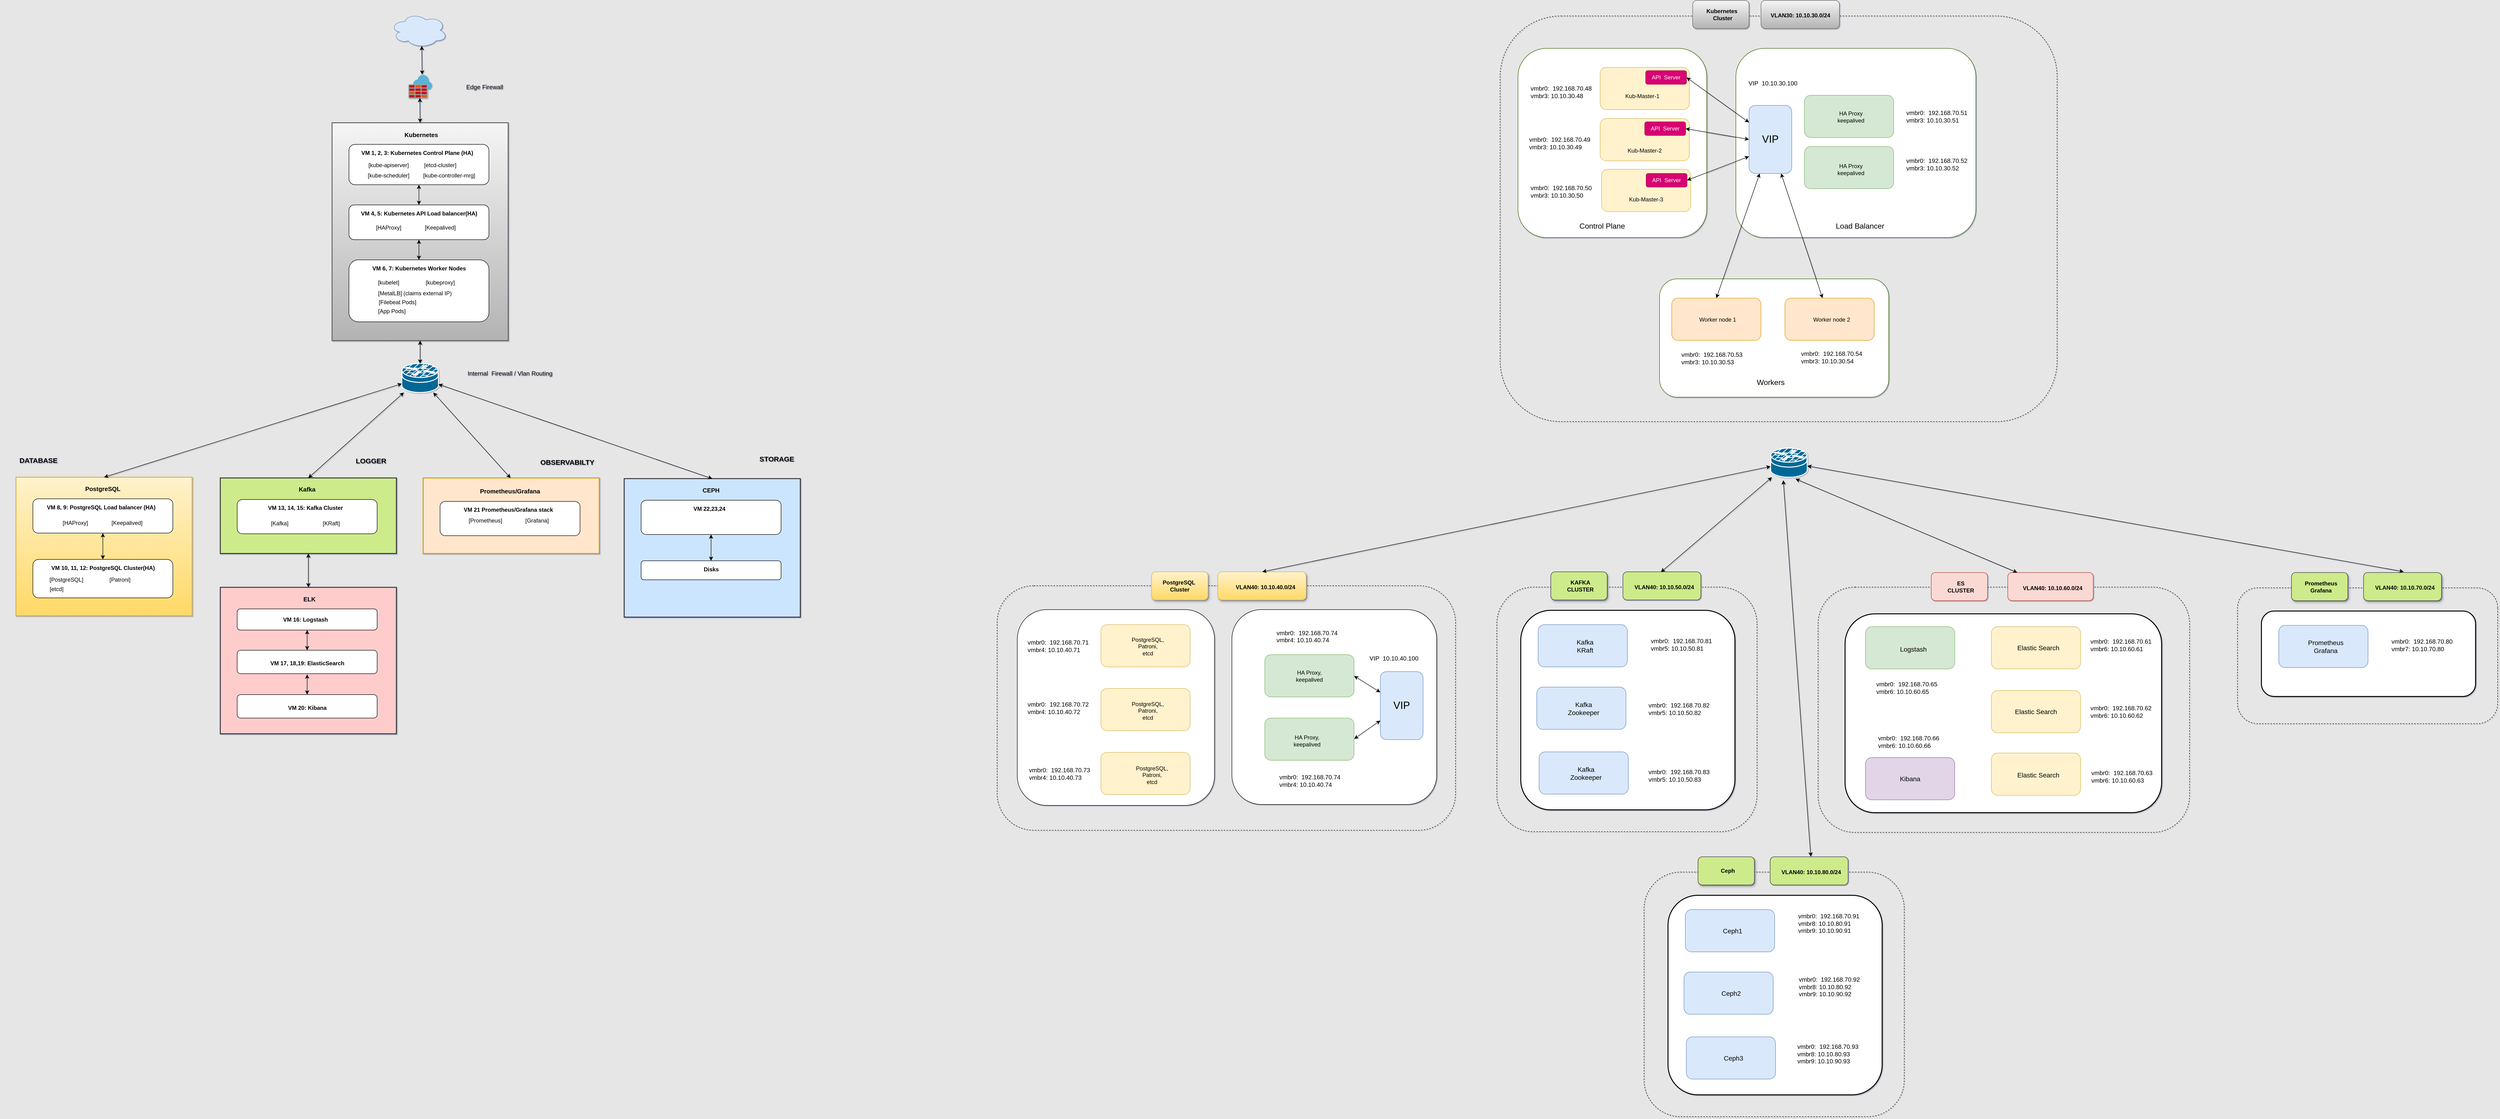
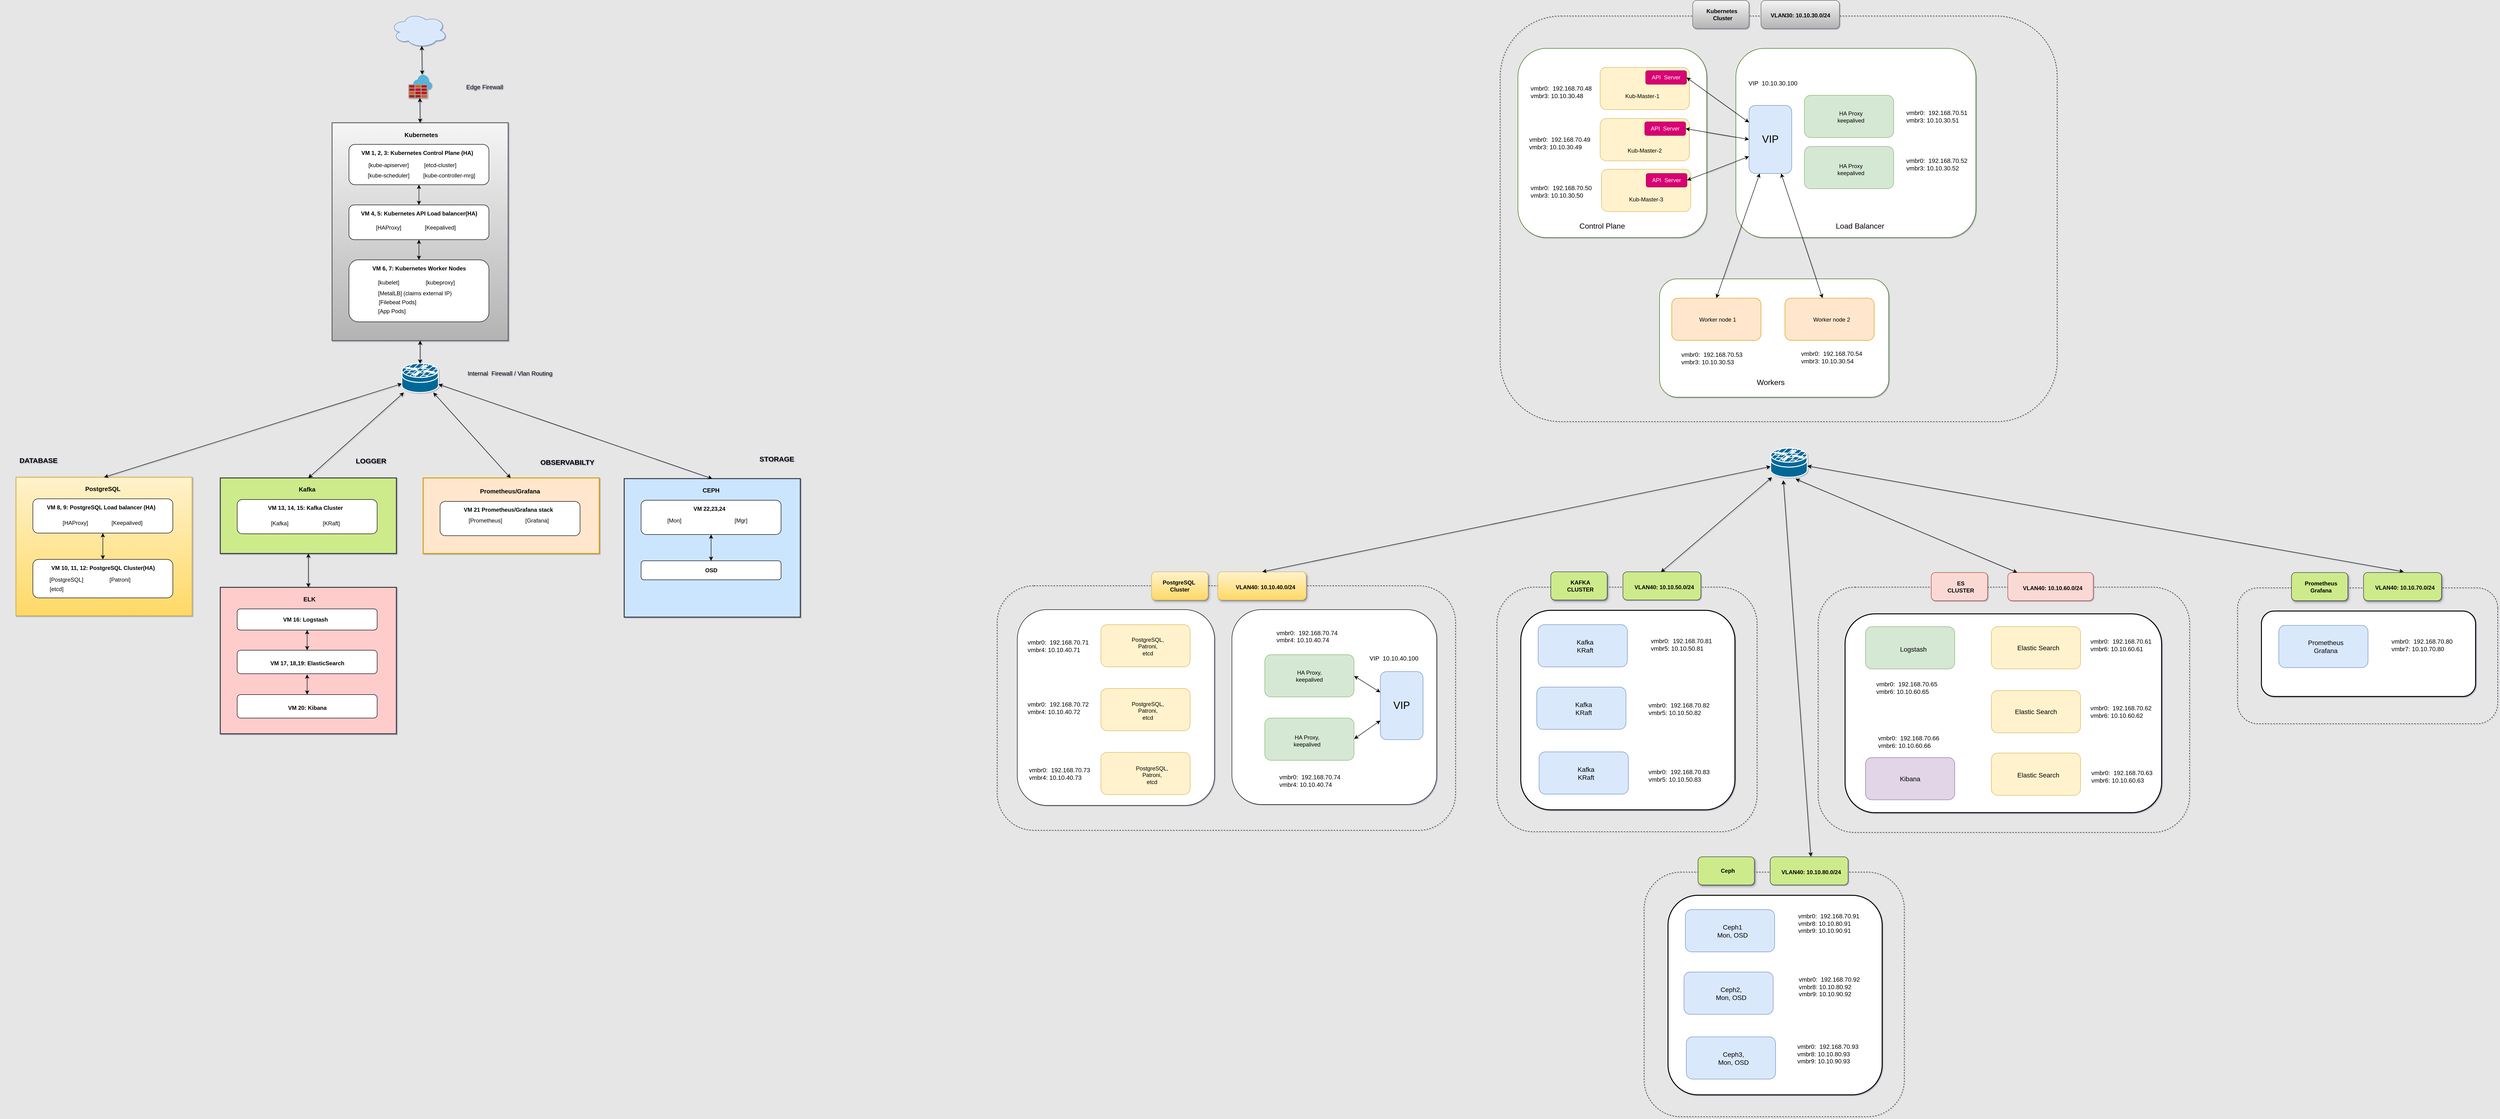
<mxfile host="app.diagrams.net">
  <diagram name="Page-1" id="A5w-lTScNQMh_YW98whM">
-     <mxGraphModel dx="5656" dy="3500" grid="0" gridSize="10" guides="1" tooltips="1" connect="0" arrows="1" fold="1" page="0" pageScale="1" pageWidth="2339" pageHeight="3300" background="#E6E6E6" math="0" shadow="1">
+     <mxGraphModel dx="2020" dy="1507" grid="0" gridSize="10" guides="1" tooltips="1" connect="0" arrows="1" fold="1" page="0" pageScale="1" pageWidth="2339" pageHeight="3300" background="#E6E6E6" math="0" shadow="1">
      <root>
        <mxCell id="0" />
        <mxCell id="1" parent="0" />
        <mxCell id="sZ-5xv9_SRq4fJ0hxT3P-18" parent="1" style="rounded=1;whiteSpace=wrap;html=1;fillColor=none;dashed=1;" value="" vertex="1">
          <mxGeometry height="522.5" width="791" x="4220" y="1193.5" as="geometry" />
        </mxCell>
        <mxCell id="sZ-5xv9_SRq4fJ0hxT3P-17" parent="1" style="rounded=1;whiteSpace=wrap;html=1;fillColor=none;dashed=1;direction=south;" value="" vertex="1">
          <mxGeometry height="521" width="554" x="3536" y="1193.5" as="geometry" />
        </mxCell>
        <mxCell id="sZ-5xv9_SRq4fJ0hxT3P-14" parent="1" style="rounded=1;whiteSpace=wrap;html=1;dashed=1;fillColor=none;" value="" vertex="1">
          <mxGeometry height="521" width="976" x="2472" y="1190.5" as="geometry" />
        </mxCell>
        <mxCell id="70EQDND4JwSF7BMMIh-t-479" parent="1" style="rounded=1;whiteSpace=wrap;html=1;fillColor=#cdeb8b;strokeColor=#36393d;shadow=1;" value="" vertex="1">
          <mxGeometry height="60" width="120" x="3651" y="1161" as="geometry" />
        </mxCell>
        <mxCell id="70EQDND4JwSF7BMMIh-t-458" parent="1" style="rounded=1;whiteSpace=wrap;html=1;" value="" vertex="1">
          <mxGeometry height="415" width="436" x="2972" y="1241.5" as="geometry" />
        </mxCell>
        <mxCell id="70EQDND4JwSF7BMMIh-t-457" parent="1" style="rounded=1;whiteSpace=wrap;html=1;" value="" vertex="1">
          <mxGeometry height="417" width="420" x="2515" y="1241.5" as="geometry" />
        </mxCell>
        <mxCell id="70EQDND4JwSF7BMMIh-t-31" parent="1" style="rounded=0;whiteSpace=wrap;html=1;strokeWidth=2;fillColor=#f5f5f5;strokeColor=#666666;gradientColor=#b3b3b3;" value="" vertex="1">
          <mxGeometry height="464" width="375" x="1056" y="204.5" as="geometry" />
        </mxCell>
        <mxCell id="70EQDND4JwSF7BMMIh-t-10" parent="1" style="rounded=1;whiteSpace=wrap;html=1;" value="" vertex="1">
          <mxGeometry height="86" width="298" x="1092" y="250.5" as="geometry" />
        </mxCell>
        <mxCell id="70EQDND4JwSF7BMMIh-t-3" parent="1" style="text;html=1;whiteSpace=wrap;strokeColor=none;fillColor=none;align=center;verticalAlign=middle;rounded=0;" value="&lt;b&gt;VM 1, 2, 3: Kubernetes Control Plane (HA)&lt;/b&gt;" vertex="1">
          <mxGeometry height="30" width="254.5" x="1110" y="253.5" as="geometry" />
        </mxCell>
        <mxCell id="70EQDND4JwSF7BMMIh-t-6" parent="1" style="text;html=1;whiteSpace=wrap;strokeColor=none;fillColor=none;align=center;verticalAlign=middle;rounded=0;" value="[kube-apiserver]" vertex="1">
          <mxGeometry height="30" width="119" x="1117" y="279.5" as="geometry" />
        </mxCell>
        <mxCell id="70EQDND4JwSF7BMMIh-t-7" parent="1" style="text;html=1;whiteSpace=wrap;strokeColor=none;fillColor=none;align=center;verticalAlign=middle;rounded=0;" value="[etcd-cluster]" vertex="1">
          <mxGeometry height="30" width="119" x="1227" y="279.5" as="geometry" />
        </mxCell>
        <mxCell id="70EQDND4JwSF7BMMIh-t-8" parent="1" style="text;html=1;whiteSpace=wrap;strokeColor=none;fillColor=none;align=center;verticalAlign=middle;rounded=0;" value="[kube-scheduler]" vertex="1">
          <mxGeometry height="30" width="119" x="1117" y="301.5" as="geometry" />
        </mxCell>
        <mxCell id="70EQDND4JwSF7BMMIh-t-9" parent="1" style="text;html=1;whiteSpace=wrap;strokeColor=none;fillColor=none;align=center;verticalAlign=middle;rounded=0;" value="[kube-controller-mrg]" vertex="1">
          <mxGeometry height="30" width="119" x="1245.5" y="301.5" as="geometry" />
        </mxCell>
        <mxCell id="70EQDND4JwSF7BMMIh-t-12" parent="1" style="rounded=1;whiteSpace=wrap;html=1;" value="" vertex="1">
          <mxGeometry height="74" width="298" x="1092" y="379.5" as="geometry" />
        </mxCell>
        <mxCell id="70EQDND4JwSF7BMMIh-t-13" parent="1" style="text;html=1;whiteSpace=wrap;strokeColor=none;fillColor=none;align=center;verticalAlign=middle;rounded=0;" value="&lt;b&gt;VM 4, 5: Kubernetes API Load balancer(HA)&lt;/b&gt;" vertex="1">
          <mxGeometry height="30" width="254.5" x="1113.75" y="382.5" as="geometry" />
        </mxCell>
        <mxCell id="70EQDND4JwSF7BMMIh-t-14" parent="1" style="text;html=1;whiteSpace=wrap;strokeColor=none;fillColor=none;align=center;verticalAlign=middle;rounded=0;" value="[HAProxy]" vertex="1">
          <mxGeometry height="30" width="119" x="1117" y="412.5" as="geometry" />
        </mxCell>
        <mxCell id="70EQDND4JwSF7BMMIh-t-15" parent="1" style="text;html=1;whiteSpace=wrap;strokeColor=none;fillColor=none;align=center;verticalAlign=middle;rounded=0;" value="[Keepalived]" vertex="1">
          <mxGeometry height="30" width="119" x="1227" y="412.5" as="geometry" />
        </mxCell>
        <mxCell id="70EQDND4JwSF7BMMIh-t-19" edge="1" parent="1" source="70EQDND4JwSF7BMMIh-t-12" style="endArrow=classic;startArrow=classic;html=1;rounded=0;entryX=0.5;entryY=1;entryDx=0;entryDy=0;exitX=0.5;exitY=0;exitDx=0;exitDy=0;" target="70EQDND4JwSF7BMMIh-t-10" value="">
          <mxGeometry height="50" relative="1" width="50" as="geometry">
            <mxPoint x="1497" y="435.5" as="sourcePoint" />
            <mxPoint x="1243" y="350.5" as="targetPoint" />
          </mxGeometry>
        </mxCell>
        <mxCell id="70EQDND4JwSF7BMMIh-t-20" parent="1" style="rounded=1;whiteSpace=wrap;html=1;" value="" vertex="1">
          <mxGeometry height="132" width="298" x="1092" y="496.5" as="geometry" />
        </mxCell>
        <mxCell id="70EQDND4JwSF7BMMIh-t-21" parent="1" style="text;html=1;whiteSpace=wrap;strokeColor=none;fillColor=none;align=center;verticalAlign=middle;rounded=0;" value="&lt;b&gt;VM 6, 7: Kubernetes Worker Nodes&lt;/b&gt;" vertex="1">
          <mxGeometry height="30" width="254.5" x="1113.75" y="499.5" as="geometry" />
        </mxCell>
        <mxCell id="70EQDND4JwSF7BMMIh-t-22" parent="1" style="text;html=1;whiteSpace=wrap;strokeColor=none;fillColor=none;align=center;verticalAlign=middle;rounded=0;" value="[kubelet]" vertex="1">
          <mxGeometry height="30" width="119" x="1117" y="529.5" as="geometry" />
        </mxCell>
        <mxCell id="70EQDND4JwSF7BMMIh-t-23" parent="1" style="text;html=1;whiteSpace=wrap;strokeColor=none;fillColor=none;align=center;verticalAlign=middle;rounded=0;" value="[kubeproxy]" vertex="1">
          <mxGeometry height="30" width="119" x="1227" y="529.5" as="geometry" />
        </mxCell>
        <mxCell id="70EQDND4JwSF7BMMIh-t-24" edge="1" parent="1" source="70EQDND4JwSF7BMMIh-t-20" style="endArrow=classic;startArrow=classic;html=1;rounded=0;entryX=0.5;entryY=1;entryDx=0;entryDy=0;exitX=0.5;exitY=0;exitDx=0;exitDy=0;" value="">
          <mxGeometry height="50" relative="1" width="50" as="geometry">
            <mxPoint x="1497" y="552.5" as="sourcePoint" />
            <mxPoint x="1241" y="453.5" as="targetPoint" />
          </mxGeometry>
        </mxCell>
        <mxCell id="70EQDND4JwSF7BMMIh-t-25" parent="1" style="text;html=1;whiteSpace=wrap;strokeColor=none;fillColor=none;align=center;verticalAlign=middle;rounded=0;" value="[MetalLB] (claims external IP)" vertex="1">
          <mxGeometry height="30" width="231" x="1117" y="552.5" as="geometry" />
        </mxCell>
        <mxCell id="70EQDND4JwSF7BMMIh-t-26" parent="1" style="text;html=1;whiteSpace=wrap;strokeColor=none;fillColor=none;align=center;verticalAlign=middle;rounded=0;" value="[Filebeat Pods]" vertex="1">
          <mxGeometry height="30" width="119" x="1136" y="571.5" as="geometry" />
        </mxCell>
        <mxCell id="70EQDND4JwSF7BMMIh-t-27" parent="1" style="text;html=1;whiteSpace=wrap;strokeColor=none;fillColor=none;align=center;verticalAlign=middle;rounded=0;" value="[App Pods]" vertex="1">
          <mxGeometry height="30" width="119" x="1124" y="590.5" as="geometry" />
        </mxCell>
        <mxCell id="70EQDND4JwSF7BMMIh-t-32" parent="1" style="image;sketch=0;aspect=fixed;html=1;points=[];align=center;fontSize=12;image=img/lib/mscae/Azure_Firewall.svg;" value="" vertex="1">
          <mxGeometry height="50" width="50" x="1218.5" y="102.5" as="geometry" />
        </mxCell>
        <mxCell id="70EQDND4JwSF7BMMIh-t-33" parent="1" style="text;html=1;whiteSpace=wrap;strokeColor=none;fillColor=none;align=center;verticalAlign=middle;rounded=0;" value="&lt;font style=&quot;font-size: 13px;&quot;&gt;Edge Firewall&lt;/font&gt;" vertex="1">
          <mxGeometry height="30" width="122" x="1320" y="112.5" as="geometry" />
        </mxCell>
        <mxCell id="70EQDND4JwSF7BMMIh-t-35" edge="1" parent="1" source="70EQDND4JwSF7BMMIh-t-32" style="endArrow=classic;startArrow=classic;html=1;rounded=0;entryX=0.5;entryY=0;entryDx=0;entryDy=0;exitX=0.49;exitY=0.98;exitDx=0;exitDy=0;exitPerimeter=0;" target="70EQDND4JwSF7BMMIh-t-31" value="">
          <mxGeometry height="50" relative="1" width="50" as="geometry">
            <mxPoint x="1461" y="356.5" as="sourcePoint" />
            <mxPoint x="1527" y="231.5" as="targetPoint" />
          </mxGeometry>
        </mxCell>
        <mxCell id="70EQDND4JwSF7BMMIh-t-37" parent="1" style="ellipse;shape=cloud;whiteSpace=wrap;html=1;fillColor=#dae8fc;strokeColor=#6c8ebf;" value="" vertex="1">
          <mxGeometry height="74" width="121" x="1180.5" y="-29.5" as="geometry" />
        </mxCell>
        <mxCell id="70EQDND4JwSF7BMMIh-t-38" edge="1" parent="1" source="70EQDND4JwSF7BMMIh-t-32" style="endArrow=classic;startArrow=classic;html=1;rounded=0;entryX=0.55;entryY=0.95;entryDx=0;entryDy=0;entryPerimeter=0;exitX=0.587;exitY=-0.013;exitDx=0;exitDy=0;exitPerimeter=0;" target="70EQDND4JwSF7BMMIh-t-37" value="">
          <mxGeometry height="50" relative="1" width="50" as="geometry">
            <mxPoint x="1355" y="189.5" as="sourcePoint" />
            <mxPoint x="1405" y="139.5" as="targetPoint" />
          </mxGeometry>
        </mxCell>
        <mxCell id="70EQDND4JwSF7BMMIh-t-39" parent="1" style="strokeColor=#ffffff;sketch=0;html=1;pointerEvents=1;dashed=0;fillColor=#036897;strokeWidth=2;verticalLabelPosition=bottom;verticalAlign=top;align=center;outlineConnect=0;shape=mxgraph.cisco.security.router_firewall;" value="" vertex="1">
          <mxGeometry height="62" width="78" x="1204.5" y="717" as="geometry" />
        </mxCell>
        <mxCell id="70EQDND4JwSF7BMMIh-t-40" parent="1" style="text;html=1;whiteSpace=wrap;strokeColor=none;fillColor=none;align=center;verticalAlign=middle;rounded=0;" value="&lt;font style=&quot;font-size: 13px;&quot;&gt;Internal&amp;nbsp; Firewall / Vlan Routing&lt;/font&gt;" vertex="1">
          <mxGeometry height="30" width="206" x="1332" y="723" as="geometry" />
        </mxCell>
        <mxCell id="70EQDND4JwSF7BMMIh-t-42" edge="1" parent="1" style="endArrow=classic;startArrow=classic;html=1;rounded=0;exitX=0.5;exitY=0;exitDx=0;exitDy=0;exitPerimeter=0;entryX=0.5;entryY=1;entryDx=0;entryDy=0;" target="70EQDND4JwSF7BMMIh-t-31" value="">
          <mxGeometry height="50" relative="1" width="50" as="geometry">
            <mxPoint x="1243.5" y="717.5" as="sourcePoint" />
            <mxPoint x="1270" y="534.5" as="targetPoint" />
          </mxGeometry>
        </mxCell>
        <mxCell id="70EQDND4JwSF7BMMIh-t-43" parent="1" style="rounded=0;whiteSpace=wrap;html=1;strokeWidth=2;fillColor=#fff2cc;strokeColor=#d6b656;gradientColor=#ffd966;" value="" vertex="1">
          <mxGeometry height="295" width="375" x="383" y="959.5" as="geometry" />
        </mxCell>
        <mxCell id="70EQDND4JwSF7BMMIh-t-44" parent="1" style="rounded=1;whiteSpace=wrap;html=1;" value="" vertex="1">
          <mxGeometry height="73" width="298" x="419" y="1005.5" as="geometry" />
        </mxCell>
        <mxCell id="70EQDND4JwSF7BMMIh-t-45" parent="1" style="text;html=1;whiteSpace=wrap;strokeColor=none;fillColor=none;align=center;verticalAlign=middle;rounded=0;" value="&lt;b&gt;VM 8, 9: PostgreSQL Load balancer (HA)&lt;/b&gt;" vertex="1">
          <mxGeometry height="30" width="254.5" x="437" y="1008.5" as="geometry" />
        </mxCell>
        <mxCell id="70EQDND4JwSF7BMMIh-t-50" parent="1" style="rounded=1;whiteSpace=wrap;html=1;" value="" vertex="1">
          <mxGeometry height="82" width="298" x="419" y="1134.5" as="geometry" />
        </mxCell>
        <mxCell id="70EQDND4JwSF7BMMIh-t-51" parent="1" style="text;html=1;whiteSpace=wrap;strokeColor=none;fillColor=none;align=center;verticalAlign=middle;rounded=0;" value="&lt;b&gt;VM 10, 11, 12: PostgreSQL Cluster(HA)&lt;/b&gt;" vertex="1">
          <mxGeometry height="30" width="254.5" x="440.75" y="1137.5" as="geometry" />
        </mxCell>
        <mxCell id="70EQDND4JwSF7BMMIh-t-52" parent="1" style="text;html=1;whiteSpace=wrap;strokeColor=none;fillColor=none;align=center;verticalAlign=middle;rounded=0;" value="[HAProxy]" vertex="1">
          <mxGeometry height="30" width="119" x="449.75" y="1041.5" as="geometry" />
        </mxCell>
        <mxCell id="70EQDND4JwSF7BMMIh-t-53" parent="1" style="text;html=1;whiteSpace=wrap;strokeColor=none;fillColor=none;align=center;verticalAlign=middle;rounded=0;" value="[Keepalived]" vertex="1">
          <mxGeometry height="30" width="119" x="559.75" y="1041.5" as="geometry" />
        </mxCell>
        <mxCell id="70EQDND4JwSF7BMMIh-t-54" edge="1" parent="1" source="70EQDND4JwSF7BMMIh-t-50" style="endArrow=classic;startArrow=classic;html=1;rounded=0;entryX=0.5;entryY=1;entryDx=0;entryDy=0;exitX=0.5;exitY=0;exitDx=0;exitDy=0;" target="70EQDND4JwSF7BMMIh-t-44" value="">
          <mxGeometry height="50" relative="1" width="50" as="geometry">
            <mxPoint x="824" y="1190.5" as="sourcePoint" />
            <mxPoint x="570" y="1105.5" as="targetPoint" />
          </mxGeometry>
        </mxCell>
        <mxCell id="70EQDND4JwSF7BMMIh-t-63" parent="1" style="text;html=1;whiteSpace=wrap;strokeColor=none;fillColor=none;align=center;verticalAlign=middle;rounded=0;" value="&lt;font style=&quot;font-size: 13px;&quot;&gt;&lt;b&gt;Kubernetes&lt;/b&gt;&lt;/font&gt;" vertex="1">
          <mxGeometry height="30" width="60" x="1216" y="214.5" as="geometry" />
        </mxCell>
        <mxCell id="70EQDND4JwSF7BMMIh-t-64" parent="1" style="text;html=1;whiteSpace=wrap;strokeColor=none;fillColor=none;align=center;verticalAlign=middle;rounded=0;" value="&lt;font style=&quot;font-size: 13px;&quot;&gt;&lt;b&gt;PostgreSQL&lt;/b&gt;&lt;/font&gt;" vertex="1">
          <mxGeometry height="30" width="60" x="538" y="968.5" as="geometry" />
        </mxCell>
        <mxCell id="70EQDND4JwSF7BMMIh-t-65" parent="1" style="text;html=1;whiteSpace=wrap;strokeColor=none;fillColor=none;align=center;verticalAlign=middle;rounded=0;" value="[PostgreSQL]" vertex="1">
          <mxGeometry height="30" width="119" x="431" y="1162.5" as="geometry" />
        </mxCell>
        <mxCell id="70EQDND4JwSF7BMMIh-t-66" parent="1" style="text;html=1;whiteSpace=wrap;strokeColor=none;fillColor=none;align=center;verticalAlign=middle;rounded=0;" value="[Patroni]" vertex="1">
          <mxGeometry height="30" width="119" x="545" y="1162.5" as="geometry" />
        </mxCell>
        <mxCell id="70EQDND4JwSF7BMMIh-t-67" parent="1" style="text;html=1;whiteSpace=wrap;strokeColor=none;fillColor=none;align=center;verticalAlign=middle;rounded=0;" value="[etcd]" vertex="1">
          <mxGeometry height="30" width="119" x="410" y="1182.5" as="geometry" />
        </mxCell>
        <mxCell id="70EQDND4JwSF7BMMIh-t-69" parent="1" style="rounded=0;whiteSpace=wrap;html=1;strokeWidth=2;fillColor=#ffcccc;strokeColor=#36393d;" value="" vertex="1">
          <mxGeometry height="312" width="375" x="818" y="1194" as="geometry" />
        </mxCell>
        <mxCell id="70EQDND4JwSF7BMMIh-t-70" parent="1" style="rounded=1;whiteSpace=wrap;html=1;" value="" vertex="1">
          <mxGeometry height="45" width="298" x="854" y="1240" as="geometry" />
        </mxCell>
        <mxCell id="70EQDND4JwSF7BMMIh-t-71" parent="1" style="text;html=1;whiteSpace=wrap;strokeColor=none;fillColor=none;align=center;verticalAlign=middle;rounded=0;" value="&lt;b&gt;VM 16: Logstash&lt;/b&gt;" vertex="1">
          <mxGeometry height="30" width="254.5" x="872" y="1247.5" as="geometry" />
        </mxCell>
        <mxCell id="70EQDND4JwSF7BMMIh-t-76" parent="1" style="rounded=1;whiteSpace=wrap;html=1;" value="" vertex="1">
          <mxGeometry height="50" width="298" x="854" y="1328" as="geometry" />
        </mxCell>
        <mxCell id="70EQDND4JwSF7BMMIh-t-77" parent="1" style="text;html=1;whiteSpace=wrap;strokeColor=none;fillColor=none;align=center;verticalAlign=middle;rounded=0;" value="&lt;b&gt;VM 17, 18,19: ElasticSearch&lt;/b&gt;" vertex="1">
          <mxGeometry height="30" width="254.5" x="875.75" y="1341" as="geometry" />
        </mxCell>
        <mxCell id="70EQDND4JwSF7BMMIh-t-80" edge="1" parent="1" source="70EQDND4JwSF7BMMIh-t-76" style="endArrow=classic;startArrow=classic;html=1;rounded=0;entryX=0.5;entryY=1;entryDx=0;entryDy=0;exitX=0.5;exitY=0;exitDx=0;exitDy=0;" target="70EQDND4JwSF7BMMIh-t-70" value="">
          <mxGeometry height="50" relative="1" width="50" as="geometry">
            <mxPoint x="1259" y="1425" as="sourcePoint" />
            <mxPoint x="1005" y="1340" as="targetPoint" />
          </mxGeometry>
        </mxCell>
        <mxCell id="70EQDND4JwSF7BMMIh-t-91" parent="1" style="text;html=1;whiteSpace=wrap;strokeColor=none;fillColor=none;align=center;verticalAlign=middle;rounded=0;" value="&lt;font style=&quot;font-size: 13px;&quot;&gt;&lt;b&gt;ELK&lt;/b&gt;&lt;/font&gt;" vertex="1">
          <mxGeometry height="30" width="60" x="978" y="1204" as="geometry" />
        </mxCell>
        <mxCell id="70EQDND4JwSF7BMMIh-t-92" edge="1" parent="1" source="70EQDND4JwSF7BMMIh-t-43" style="endArrow=classic;startArrow=classic;html=1;rounded=0;exitX=0.5;exitY=0;exitDx=0;exitDy=0;" target="70EQDND4JwSF7BMMIh-t-39" value="">
          <mxGeometry height="50" relative="1" width="50" as="geometry">
            <mxPoint x="1188" y="1074" as="sourcePoint" />
            <mxPoint x="1238" y="1024" as="targetPoint" />
          </mxGeometry>
        </mxCell>
        <mxCell id="70EQDND4JwSF7BMMIh-t-93" parent="1" style="rounded=0;whiteSpace=wrap;html=1;strokeWidth=2;fillColor=#cdeb8b;strokeColor=#36393d;" value="" vertex="1">
          <mxGeometry height="161" width="375" x="818" y="961" as="geometry" />
        </mxCell>
        <mxCell id="70EQDND4JwSF7BMMIh-t-94" parent="1" style="rounded=1;whiteSpace=wrap;html=1;" value="" vertex="1">
          <mxGeometry height="73" width="298" x="854" y="1007" as="geometry" />
        </mxCell>
        <mxCell id="70EQDND4JwSF7BMMIh-t-95" parent="1" style="text;html=1;whiteSpace=wrap;strokeColor=none;fillColor=none;align=center;verticalAlign=middle;rounded=0;" value="&lt;b&gt;VM 13, 14, 15: Kafka Cluster&lt;/b&gt;" vertex="1">
          <mxGeometry height="30" width="254.5" x="872" y="1010" as="geometry" />
        </mxCell>
        <mxCell id="70EQDND4JwSF7BMMIh-t-98" parent="1" style="text;html=1;whiteSpace=wrap;strokeColor=none;fillColor=none;align=center;verticalAlign=middle;rounded=0;" value="[Kafka]" vertex="1">
          <mxGeometry height="30" width="119" x="884.75" y="1043" as="geometry" />
        </mxCell>
        <mxCell id="70EQDND4JwSF7BMMIh-t-99" parent="1" style="text;html=1;whiteSpace=wrap;strokeColor=none;fillColor=none;align=center;verticalAlign=middle;rounded=0;" value="[KRaft]" vertex="1">
          <mxGeometry height="30" width="119" x="994.75" y="1043" as="geometry" />
        </mxCell>
        <mxCell id="70EQDND4JwSF7BMMIh-t-101" parent="1" style="text;html=1;whiteSpace=wrap;strokeColor=none;fillColor=none;align=center;verticalAlign=middle;rounded=0;" value="&lt;font style=&quot;font-size: 13px;&quot;&gt;&lt;b&gt;Kafka&lt;/b&gt;&lt;/font&gt;" vertex="1">
          <mxGeometry height="30" width="60" x="973" y="970" as="geometry" />
        </mxCell>
        <mxCell id="70EQDND4JwSF7BMMIh-t-105" edge="1" parent="1" source="70EQDND4JwSF7BMMIh-t-93" style="endArrow=classic;startArrow=classic;html=1;rounded=0;exitX=0.5;exitY=0;exitDx=0;exitDy=0;" target="70EQDND4JwSF7BMMIh-t-39" value="">
          <mxGeometry height="50" relative="1" width="50" as="geometry">
            <mxPoint x="1272" y="1229" as="sourcePoint" />
            <mxPoint x="1322" y="1179" as="targetPoint" />
          </mxGeometry>
        </mxCell>
        <mxCell id="70EQDND4JwSF7BMMIh-t-106" parent="1" style="rounded=1;whiteSpace=wrap;html=1;" value="" vertex="1">
          <mxGeometry height="50" width="298" x="854" y="1422.5" as="geometry" />
        </mxCell>
        <mxCell id="70EQDND4JwSF7BMMIh-t-107" parent="1" style="text;html=1;whiteSpace=wrap;strokeColor=none;fillColor=none;align=center;verticalAlign=middle;rounded=0;" value="&lt;b&gt;VM 20: Kibana&lt;/b&gt;" vertex="1">
          <mxGeometry height="30" width="254.5" x="875.75" y="1435.5" as="geometry" />
        </mxCell>
        <mxCell id="70EQDND4JwSF7BMMIh-t-108" edge="1" parent="1" source="70EQDND4JwSF7BMMIh-t-106" style="endArrow=classic;startArrow=classic;html=1;rounded=0;entryX=0.5;entryY=1;entryDx=0;entryDy=0;exitX=0.5;exitY=0;exitDx=0;exitDy=0;" value="">
          <mxGeometry height="50" relative="1" width="50" as="geometry">
            <mxPoint x="1259" y="1519.5" as="sourcePoint" />
            <mxPoint x="1003" y="1379.5" as="targetPoint" />
          </mxGeometry>
        </mxCell>
        <mxCell id="70EQDND4JwSF7BMMIh-t-109" edge="1" parent="1" source="70EQDND4JwSF7BMMIh-t-69" style="endArrow=classic;startArrow=classic;html=1;rounded=0;entryX=0.5;entryY=1;entryDx=0;entryDy=0;exitX=0.5;exitY=0;exitDx=0;exitDy=0;" target="70EQDND4JwSF7BMMIh-t-93" value="">
          <mxGeometry height="50" relative="1" width="50" as="geometry">
            <mxPoint x="1148" y="1344" as="sourcePoint" />
            <mxPoint x="1198" y="1294" as="targetPoint" />
          </mxGeometry>
        </mxCell>
        <mxCell id="70EQDND4JwSF7BMMIh-t-110" parent="1" style="rounded=0;whiteSpace=wrap;html=1;strokeWidth=2;fillColor=#cce5ff;strokeColor=#36393d;" value="" vertex="1">
          <mxGeometry height="295" width="375" x="1678" y="962.5" as="geometry" />
        </mxCell>
        <mxCell id="70EQDND4JwSF7BMMIh-t-111" parent="1" style="rounded=1;whiteSpace=wrap;html=1;" value="" vertex="1">
          <mxGeometry height="73" width="298" x="1714" y="1008.5" as="geometry" />
        </mxCell>
        <mxCell id="70EQDND4JwSF7BMMIh-t-112" parent="1" style="text;html=1;whiteSpace=wrap;strokeColor=none;fillColor=none;align=center;verticalAlign=middle;rounded=0;" value="&lt;b&gt;VM 22,23,24&lt;/b&gt;" vertex="1">
          <mxGeometry height="30" width="254.5" x="1732" y="1011.5" as="geometry" />
        </mxCell>
        <mxCell id="70EQDND4JwSF7BMMIh-t-113" parent="1" style="rounded=1;whiteSpace=wrap;html=1;" value="" vertex="1">
          <mxGeometry height="40.5" width="298" x="1714" y="1137.5" as="geometry" />
        </mxCell>
-         <mxCell id="70EQDND4JwSF7BMMIh-t-114" parent="1" style="text;html=1;whiteSpace=wrap;strokeColor=none;fillColor=none;align=center;verticalAlign=middle;rounded=0;" value="&lt;b&gt;Disks&lt;/b&gt;" vertex="1">
-           <mxGeometry height="30" width="254.5" x="1735.75" y="1140.5" as="geometry" />
+         <mxCell id="70EQDND4JwSF7BMMIh-t-114" parent="1" style="text;html=1;whiteSpace=wrap;strokeColor=none;fillColor=none;align=center;verticalAlign=middle;rounded=0;" value="&lt;b&gt;OSD&lt;/b&gt;" vertex="1">
+           <mxGeometry height="30" width="254.5" x="1735.75" y="1142.75" as="geometry" />
        </mxCell>
        <mxCell id="70EQDND4JwSF7BMMIh-t-117" edge="1" parent="1" source="70EQDND4JwSF7BMMIh-t-113" style="endArrow=classic;startArrow=classic;html=1;rounded=0;entryX=0.5;entryY=1;entryDx=0;entryDy=0;exitX=0.5;exitY=0;exitDx=0;exitDy=0;" target="70EQDND4JwSF7BMMIh-t-111" value="">
          <mxGeometry height="50" relative="1" width="50" as="geometry">
            <mxPoint x="2119" y="1193.5" as="sourcePoint" />
            <mxPoint x="1865" y="1108.5" as="targetPoint" />
          </mxGeometry>
        </mxCell>
        <mxCell id="70EQDND4JwSF7BMMIh-t-118" parent="1" style="text;html=1;whiteSpace=wrap;strokeColor=none;fillColor=none;align=center;verticalAlign=middle;rounded=0;" value="&lt;font style=&quot;font-size: 13px;&quot;&gt;&lt;b&gt;CEPH&lt;/b&gt;&lt;/font&gt;" vertex="1">
          <mxGeometry height="30" width="60" x="1833" y="971.5" as="geometry" />
        </mxCell>
        <mxCell id="70EQDND4JwSF7BMMIh-t-122" edge="1" parent="1" source="70EQDND4JwSF7BMMIh-t-110" style="endArrow=classic;startArrow=classic;html=1;rounded=0;exitX=0.5;exitY=0;exitDx=0;exitDy=0;" target="70EQDND4JwSF7BMMIh-t-39" value="">
          <mxGeometry height="50" relative="1" width="50" as="geometry">
            <mxPoint x="1197" y="1163" as="sourcePoint" />
            <mxPoint x="1247" y="1113" as="targetPoint" />
          </mxGeometry>
        </mxCell>
        <mxCell id="70EQDND4JwSF7BMMIh-t-263" parent="1" style="rounded=1;whiteSpace=wrap;html=1;fillColor=#d5e8d4;strokeColor=#82b366;" value="" vertex="1">
          <mxGeometry height="90" width="190" x="3042" y="1337.5" as="geometry" />
        </mxCell>
        <mxCell id="70EQDND4JwSF7BMMIh-t-264" parent="1" style="rounded=1;whiteSpace=wrap;html=1;fillColor=#fff2cc;strokeColor=#d6b656;" value="" vertex="1">
          <mxGeometry height="90" width="190" x="2693" y="1273.5" as="geometry" />
        </mxCell>
        <mxCell id="70EQDND4JwSF7BMMIh-t-265" parent="1" style="text;html=1;whiteSpace=wrap;strokeColor=none;fillColor=none;align=center;verticalAlign=middle;rounded=0;" value="HA Proxy,&lt;div&gt;keepalived&lt;/div&gt;" vertex="1">
          <mxGeometry height="30" width="110" x="3082" y="1367.5" as="geometry" />
        </mxCell>
        <mxCell id="70EQDND4JwSF7BMMIh-t-266" parent="1" style="text;html=1;whiteSpace=wrap;strokeColor=none;fillColor=none;align=center;verticalAlign=middle;rounded=0;" value="PostgreSQL,&lt;div&gt;Patroni,&lt;/div&gt;&lt;div&gt;etcd&lt;br&gt;&lt;div&gt;&lt;br&gt;&lt;/div&gt;&lt;/div&gt;" vertex="1">
          <mxGeometry height="30" width="140" x="2723" y="1311.5" as="geometry" />
        </mxCell>
        <mxCell id="70EQDND4JwSF7BMMIh-t-267" parent="1" style="rounded=1;whiteSpace=wrap;html=1;fillColor=#fff2cc;strokeColor=#d6b656;" value="" vertex="1">
          <mxGeometry height="90" width="190" x="2693" y="1409.5" as="geometry" />
        </mxCell>
        <mxCell id="70EQDND4JwSF7BMMIh-t-268" parent="1" style="rounded=1;whiteSpace=wrap;html=1;fillColor=#fff2cc;strokeColor=#d6b656;" value="" vertex="1">
          <mxGeometry height="90" width="190" x="2693" y="1545.5" as="geometry" />
        </mxCell>
        <mxCell id="70EQDND4JwSF7BMMIh-t-273" parent="1" style="rounded=1;whiteSpace=wrap;html=1;fillColor=#d5e8d4;strokeColor=#82b366;" value="" vertex="1">
          <mxGeometry height="90" width="190" x="3042" y="1472.5" as="geometry" />
        </mxCell>
        <mxCell id="70EQDND4JwSF7BMMIh-t-274" parent="1" style="text;html=1;whiteSpace=wrap;strokeColor=none;fillColor=none;align=center;verticalAlign=middle;rounded=0;" value="HA Proxy,&lt;div&gt;keepalived&lt;/div&gt;" vertex="1">
          <mxGeometry height="30" width="110" x="3077" y="1505.5" as="geometry" />
        </mxCell>
        <mxCell id="70EQDND4JwSF7BMMIh-t-277" parent="1" style="text;html=1;whiteSpace=wrap;strokeColor=none;fillColor=none;align=center;verticalAlign=middle;rounded=0;" value="PostgreSQL,&lt;div&gt;Patroni,&lt;/div&gt;&lt;div&gt;etcd&lt;br&gt;&lt;div&gt;&lt;br&gt;&lt;/div&gt;&lt;/div&gt;" vertex="1">
          <mxGeometry height="30" width="140" x="2723" y="1448.5" as="geometry" />
        </mxCell>
        <mxCell id="70EQDND4JwSF7BMMIh-t-278" parent="1" style="text;html=1;whiteSpace=wrap;strokeColor=none;fillColor=none;align=center;verticalAlign=middle;rounded=0;" value="PostgreSQL,&lt;div&gt;Patroni,&lt;/div&gt;&lt;div&gt;etcd&lt;br&gt;&lt;div&gt;&lt;br&gt;&lt;/div&gt;&lt;/div&gt;" vertex="1">
          <mxGeometry height="30" width="140" x="2732" y="1585.5" as="geometry" />
        </mxCell>
        <mxCell id="70EQDND4JwSF7BMMIh-t-285" parent="1" style="text;html=1;whiteSpace=wrap;strokeColor=none;fillColor=none;align=left;verticalAlign=middle;rounded=0;" value="&lt;font style=&quot;font-size: 13px;&quot;&gt;vmbr0:&amp;nbsp; 192.168.70.74&lt;/font&gt;&lt;div&gt;&lt;div&gt;&lt;font style=&quot;font-size: 13px;&quot;&gt;vmbr4: 10.10.40.74&lt;/font&gt;&lt;/div&gt;&lt;div&gt;&lt;br&gt;&lt;/div&gt;&lt;/div&gt;" vertex="1">
          <mxGeometry height="30" width="144" x="3065" y="1290.5" as="geometry" />
        </mxCell>
        <mxCell id="70EQDND4JwSF7BMMIh-t-286" parent="1" style="text;html=1;whiteSpace=wrap;strokeColor=none;fillColor=none;align=left;verticalAlign=middle;rounded=0;" value="&lt;font style=&quot;font-size: 13px;&quot;&gt;vmbr0:&amp;nbsp; 192.168.70.74&lt;/font&gt;&lt;div&gt;&lt;div&gt;&lt;font style=&quot;font-size: 13px;&quot;&gt;vmbr4: 10.10.40.74&lt;/font&gt;&lt;/div&gt;&lt;/div&gt;" vertex="1">
          <mxGeometry height="30" width="144" x="3071" y="1590.5" as="geometry" />
        </mxCell>
        <mxCell id="70EQDND4JwSF7BMMIh-t-287" parent="1" style="text;html=1;whiteSpace=wrap;strokeColor=none;fillColor=none;align=left;verticalAlign=middle;rounded=0;" value="&lt;font style=&quot;font-size: 13px;&quot;&gt;vmbr0:&amp;nbsp; 192.168.70.71&lt;/font&gt;&lt;div&gt;&lt;div&gt;&lt;font style=&quot;font-size: 13px;&quot;&gt;vmbr4: 10.10.40.71&lt;/font&gt;&lt;/div&gt;&lt;/div&gt;" vertex="1">
          <mxGeometry height="30" width="144" x="2535" y="1303.5" as="geometry" />
        </mxCell>
        <mxCell id="70EQDND4JwSF7BMMIh-t-288" parent="1" style="text;html=1;whiteSpace=wrap;strokeColor=none;fillColor=none;align=left;verticalAlign=middle;rounded=0;" value="&lt;font style=&quot;font-size: 13px;&quot;&gt;vmbr0:&amp;nbsp; 192.168.70.72&lt;/font&gt;&lt;div&gt;&lt;div&gt;&lt;font style=&quot;font-size: 13px;&quot;&gt;vmbr4: 10.10.40.72&lt;/font&gt;&lt;/div&gt;&lt;/div&gt;" vertex="1">
          <mxGeometry height="30" width="144" x="2535" y="1435.5" as="geometry" />
        </mxCell>
        <mxCell id="70EQDND4JwSF7BMMIh-t-289" parent="1" style="text;html=1;whiteSpace=wrap;strokeColor=none;fillColor=none;align=left;verticalAlign=middle;rounded=0;" value="&lt;font style=&quot;font-size: 13px;&quot;&gt;vmbr0:&amp;nbsp; 192.168.70.73&lt;/font&gt;&lt;div&gt;&lt;div&gt;&lt;font style=&quot;font-size: 13px;&quot;&gt;vmbr4: 10.10.40.73&lt;/font&gt;&lt;/div&gt;&lt;/div&gt;" vertex="1">
          <mxGeometry height="30" width="144" x="2538" y="1575.5" as="geometry" />
        </mxCell>
        <mxCell id="70EQDND4JwSF7BMMIh-t-419" parent="1" style="rounded=1;whiteSpace=wrap;html=1;strokeColor=#336600;" value="" vertex="1">
          <mxGeometry height="252" width="488" x="3882.5" y="537" as="geometry" />
        </mxCell>
        <mxCell id="70EQDND4JwSF7BMMIh-t-420" parent="1" style="rounded=1;whiteSpace=wrap;html=1;strokeColor=#336600;" value="" vertex="1">
          <mxGeometry height="403" width="511" x="4045" y="46" as="geometry" />
        </mxCell>
        <mxCell id="70EQDND4JwSF7BMMIh-t-421" parent="1" style="rounded=1;whiteSpace=wrap;html=1;strokeColor=#336600;" value="" vertex="1">
          <mxGeometry height="403" width="402" x="3581" y="46" as="geometry" />
        </mxCell>
        <mxCell id="70EQDND4JwSF7BMMIh-t-422" parent="1" style="rounded=1;whiteSpace=wrap;html=1;fillColor=#fff2cc;strokeColor=#d6b656;" value="" vertex="1">
          <mxGeometry height="90" width="190" x="3756" y="86.5" as="geometry" />
        </mxCell>
        <mxCell id="70EQDND4JwSF7BMMIh-t-423" parent="1" style="text;html=1;whiteSpace=wrap;strokeColor=none;fillColor=none;align=center;verticalAlign=middle;rounded=0;" value="Kub-Master-1" vertex="1">
          <mxGeometry height="30" width="140" x="3776" y="132.5" as="geometry" />
        </mxCell>
        <mxCell id="70EQDND4JwSF7BMMIh-t-424" parent="1" style="rounded=1;whiteSpace=wrap;html=1;fillColor=#fff2cc;strokeColor=#d6b656;" value="" vertex="1">
          <mxGeometry height="90" width="190" x="3756" y="195.5" as="geometry" />
        </mxCell>
        <mxCell id="70EQDND4JwSF7BMMIh-t-425" parent="1" style="rounded=1;whiteSpace=wrap;html=1;fillColor=#fff2cc;strokeColor=#d6b656;" value="" vertex="1">
          <mxGeometry height="90" width="190" x="3759" y="303.5" as="geometry" />
        </mxCell>
        <mxCell id="70EQDND4JwSF7BMMIh-t-426" parent="1" style="text;html=1;whiteSpace=wrap;strokeColor=none;fillColor=none;align=left;verticalAlign=middle;rounded=0;" value="&lt;font style=&quot;font-size: 13px;&quot;&gt;vmbr0:&amp;nbsp; 192.168.70.48&lt;/font&gt;&lt;div&gt;&lt;font style=&quot;font-size: 13px;&quot;&gt;vmbr3: 10.10.30.48&lt;/font&gt;&lt;/div&gt;" vertex="1">
          <mxGeometry height="76" width="141" x="3606" y="100.5" as="geometry" />
        </mxCell>
        <mxCell id="70EQDND4JwSF7BMMIh-t-427" parent="1" style="text;html=1;whiteSpace=wrap;strokeColor=none;fillColor=none;align=center;verticalAlign=middle;rounded=0;" value="Kub-Master-2" vertex="1">
          <mxGeometry height="30" width="140" x="3781" y="248.5" as="geometry" />
        </mxCell>
        <mxCell id="70EQDND4JwSF7BMMIh-t-428" parent="1" style="text;html=1;whiteSpace=wrap;strokeColor=none;fillColor=none;align=center;verticalAlign=middle;rounded=0;" value="Kub-Master-3" vertex="1">
          <mxGeometry height="30" width="140" x="3784" y="352.5" as="geometry" />
        </mxCell>
        <mxCell id="70EQDND4JwSF7BMMIh-t-429" parent="1" style="text;html=1;whiteSpace=wrap;strokeColor=none;fillColor=none;align=left;verticalAlign=middle;rounded=0;" value="&lt;font style=&quot;font-size: 13px;&quot;&gt;vmbr0:&amp;nbsp; 192.168.70.49&lt;/font&gt;&lt;div&gt;&lt;font style=&quot;font-size: 13px;&quot;&gt;vmbr3: 10.10.30.49&lt;/font&gt;&lt;/div&gt;" vertex="1">
          <mxGeometry height="76" width="141" x="3603" y="209.5" as="geometry" />
        </mxCell>
        <mxCell id="70EQDND4JwSF7BMMIh-t-430" parent="1" style="text;html=1;whiteSpace=wrap;strokeColor=none;fillColor=none;align=left;verticalAlign=middle;rounded=0;" value="&lt;font style=&quot;font-size: 13px;&quot;&gt;vmbr0:&amp;nbsp; 192.168.70.50&lt;/font&gt;&lt;div&gt;&lt;font style=&quot;font-size: 13px;&quot;&gt;vmbr3: 10.10.30.50&lt;/font&gt;&lt;/div&gt;" vertex="1">
          <mxGeometry height="76" width="141" x="3606" y="312.5" as="geometry" />
        </mxCell>
        <mxCell id="70EQDND4JwSF7BMMIh-t-431" parent="1" style="rounded=1;whiteSpace=wrap;html=1;fillColor=#d80073;fontColor=#ffffff;strokeColor=#A50040;" value="API&amp;nbsp; Server" vertex="1">
          <mxGeometry height="29" width="87" x="3853" y="93.5" as="geometry" />
        </mxCell>
        <mxCell id="70EQDND4JwSF7BMMIh-t-432" parent="1" style="rounded=1;whiteSpace=wrap;html=1;fillColor=#d80073;fontColor=#ffffff;strokeColor=#A50040;" value="API&amp;nbsp; Server" vertex="1">
          <mxGeometry height="29" width="87" x="3851" y="202.5" as="geometry" />
        </mxCell>
        <mxCell id="70EQDND4JwSF7BMMIh-t-433" parent="1" style="rounded=1;whiteSpace=wrap;html=1;fillColor=#d80073;fontColor=#ffffff;strokeColor=#A50040;" value="API&amp;nbsp; Server" vertex="1">
          <mxGeometry height="29" width="87" x="3854" y="312.5" as="geometry" />
        </mxCell>
        <mxCell id="70EQDND4JwSF7BMMIh-t-434" parent="1" style="rounded=1;whiteSpace=wrap;html=1;fillColor=#d5e8d4;strokeColor=#82b366;" value="" vertex="1">
          <mxGeometry height="90" width="190" x="4191" y="146" as="geometry" />
        </mxCell>
        <mxCell id="70EQDND4JwSF7BMMIh-t-435" parent="1" style="text;html=1;whiteSpace=wrap;strokeColor=none;fillColor=none;align=center;verticalAlign=middle;rounded=0;" value="&lt;div&gt;HA Proxy&lt;/div&gt;&lt;div&gt;keepalived&lt;/div&gt;" vertex="1">
          <mxGeometry height="30" width="140" x="4220" y="176.5" as="geometry" />
        </mxCell>
        <mxCell id="70EQDND4JwSF7BMMIh-t-436" parent="1" style="rounded=1;whiteSpace=wrap;html=1;fillColor=#d5e8d4;strokeColor=#82b366;" value="" vertex="1">
          <mxGeometry height="90" width="190" x="4191" y="255" as="geometry" />
        </mxCell>
        <mxCell id="70EQDND4JwSF7BMMIh-t-437" parent="1" style="text;html=1;whiteSpace=wrap;strokeColor=none;fillColor=none;align=center;verticalAlign=middle;rounded=0;" value="&lt;div&gt;HA Proxy&lt;/div&gt;&lt;div&gt;keepalived&lt;/div&gt;" vertex="1">
          <mxGeometry height="30" width="140" x="4220" y="289" as="geometry" />
        </mxCell>
        <mxCell id="70EQDND4JwSF7BMMIh-t-438" parent="1" style="rounded=1;whiteSpace=wrap;html=1;fillColor=#dae8fc;strokeColor=#6c8ebf;" value="&lt;font style=&quot;font-size: 22px;&quot;&gt;VIP&lt;/font&gt;" vertex="1">
          <mxGeometry height="145" width="91" x="4073" y="167.5" as="geometry" />
        </mxCell>
        <mxCell id="70EQDND4JwSF7BMMIh-t-439" edge="1" parent="1" source="70EQDND4JwSF7BMMIh-t-431" style="endArrow=classic;startArrow=classic;html=1;rounded=0;exitX=1;exitY=0.5;exitDx=0;exitDy=0;entryX=0;entryY=0.25;entryDx=0;entryDy=0;" target="70EQDND4JwSF7BMMIh-t-438" value="">
          <mxGeometry height="50" relative="1" width="50" as="geometry">
            <mxPoint x="4081" y="312" as="sourcePoint" />
            <mxPoint x="4131" y="262" as="targetPoint" />
          </mxGeometry>
        </mxCell>
        <mxCell id="70EQDND4JwSF7BMMIh-t-440" edge="1" parent="1" source="70EQDND4JwSF7BMMIh-t-432" style="endArrow=classic;startArrow=classic;html=1;rounded=0;exitX=1;exitY=0.5;exitDx=0;exitDy=0;entryX=0;entryY=0.5;entryDx=0;entryDy=0;" target="70EQDND4JwSF7BMMIh-t-438" value="">
          <mxGeometry height="50" relative="1" width="50" as="geometry">
            <mxPoint x="4081" y="312" as="sourcePoint" />
            <mxPoint x="4131" y="262" as="targetPoint" />
          </mxGeometry>
        </mxCell>
        <mxCell id="70EQDND4JwSF7BMMIh-t-441" edge="1" parent="1" source="70EQDND4JwSF7BMMIh-t-433" style="endArrow=classic;startArrow=classic;html=1;rounded=0;exitX=1;exitY=0.5;exitDx=0;exitDy=0;entryX=0;entryY=0.75;entryDx=0;entryDy=0;" target="70EQDND4JwSF7BMMIh-t-438" value="">
          <mxGeometry height="50" relative="1" width="50" as="geometry">
            <mxPoint x="4081" y="312" as="sourcePoint" />
            <mxPoint x="4131" y="262" as="targetPoint" />
          </mxGeometry>
        </mxCell>
        <mxCell id="70EQDND4JwSF7BMMIh-t-442" parent="1" style="text;html=1;whiteSpace=wrap;strokeColor=none;fillColor=none;align=center;verticalAlign=middle;rounded=0;" value="&lt;font style=&quot;font-size: 16px;&quot;&gt;Load Balancer&lt;/font&gt;" vertex="1">
          <mxGeometry height="30" width="151" x="4234" y="409" as="geometry" />
        </mxCell>
        <mxCell id="70EQDND4JwSF7BMMIh-t-443" parent="1" style="text;html=1;whiteSpace=wrap;strokeColor=none;fillColor=none;align=center;verticalAlign=middle;rounded=0;" value="&lt;font style=&quot;font-size: 16px;&quot;&gt;Control Plane&lt;/font&gt;" vertex="1">
          <mxGeometry height="30" width="151" x="3684.5" y="409" as="geometry" />
        </mxCell>
        <mxCell id="70EQDND4JwSF7BMMIh-t-444" parent="1" style="text;html=1;whiteSpace=wrap;strokeColor=none;fillColor=none;align=left;verticalAlign=middle;rounded=0;" value="&lt;font style=&quot;font-size: 13px;&quot;&gt;vmbr0:&amp;nbsp; 192.168.70.51&lt;/font&gt;&lt;div&gt;&lt;font style=&quot;font-size: 13px;&quot;&gt;vmbr3: 10.10.30.51&lt;/font&gt;&lt;/div&gt;" vertex="1">
          <mxGeometry height="76" width="141" x="4406" y="153" as="geometry" />
        </mxCell>
        <mxCell id="70EQDND4JwSF7BMMIh-t-445" parent="1" style="text;html=1;whiteSpace=wrap;strokeColor=none;fillColor=none;align=left;verticalAlign=middle;rounded=0;" value="&lt;font style=&quot;font-size: 13px;&quot;&gt;vmbr0:&amp;nbsp; 192.168.70.52&lt;/font&gt;&lt;div&gt;&lt;font style=&quot;font-size: 13px;&quot;&gt;vmbr3: 10.10.30.52&lt;/font&gt;&lt;/div&gt;" vertex="1">
          <mxGeometry height="76" width="141" x="4406" y="255" as="geometry" />
        </mxCell>
        <mxCell id="70EQDND4JwSF7BMMIh-t-446" parent="1" style="text;html=1;whiteSpace=wrap;strokeColor=none;fillColor=none;align=left;verticalAlign=middle;rounded=0;" value="&lt;br&gt;&lt;div&gt;&lt;font style=&quot;font-size: 13px;&quot;&gt;VIP&amp;nbsp; 10.10.30.100&lt;/font&gt;&lt;/div&gt;" vertex="1">
          <mxGeometry height="52" width="141" x="4070" y="86.5" as="geometry" />
        </mxCell>
        <mxCell id="70EQDND4JwSF7BMMIh-t-447" parent="1" style="rounded=1;whiteSpace=wrap;html=1;fillColor=#ffe6cc;strokeColor=#d79b00;" value="" vertex="1">
          <mxGeometry height="90" width="190" x="3908.5" y="578" as="geometry" />
        </mxCell>
        <mxCell id="70EQDND4JwSF7BMMIh-t-448" parent="1" style="text;html=1;whiteSpace=wrap;strokeColor=none;fillColor=none;align=center;verticalAlign=middle;rounded=0;" value="Worker node 1&amp;nbsp;" vertex="1">
          <mxGeometry height="30" width="140" x="3937.5" y="608.5" as="geometry" />
        </mxCell>
        <mxCell id="70EQDND4JwSF7BMMIh-t-449" parent="1" style="rounded=1;whiteSpace=wrap;html=1;fillColor=#ffe6cc;strokeColor=#d79b00;" value="" vertex="1">
          <mxGeometry height="90" width="190" x="4149.5" y="578" as="geometry" />
        </mxCell>
        <mxCell id="70EQDND4JwSF7BMMIh-t-450" parent="1" style="text;html=1;whiteSpace=wrap;strokeColor=none;fillColor=none;align=center;verticalAlign=middle;rounded=0;" value="Worker node 2" vertex="1">
          <mxGeometry height="30" width="140" x="4178.5" y="608.5" as="geometry" />
        </mxCell>
        <mxCell id="70EQDND4JwSF7BMMIh-t-451" edge="1" parent="1" source="70EQDND4JwSF7BMMIh-t-447" style="endArrow=classic;startArrow=classic;html=1;rounded=0;exitX=0.5;exitY=0;exitDx=0;exitDy=0;entryX=0.25;entryY=1;entryDx=0;entryDy=0;" target="70EQDND4JwSF7BMMIh-t-438" value="">
          <mxGeometry height="50" relative="1" width="50" as="geometry">
            <mxPoint x="4262" y="455" as="sourcePoint" />
            <mxPoint x="4312" y="405" as="targetPoint" />
          </mxGeometry>
        </mxCell>
        <mxCell id="70EQDND4JwSF7BMMIh-t-452" edge="1" parent="1" source="70EQDND4JwSF7BMMIh-t-449" style="endArrow=classic;startArrow=classic;html=1;rounded=0;entryX=0.75;entryY=1;entryDx=0;entryDy=0;" target="70EQDND4JwSF7BMMIh-t-438" value="">
          <mxGeometry height="50" relative="1" width="50" as="geometry">
            <mxPoint x="4210" y="403" as="sourcePoint" />
            <mxPoint x="4260" y="353" as="targetPoint" />
          </mxGeometry>
        </mxCell>
        <mxCell id="70EQDND4JwSF7BMMIh-t-453" parent="1" style="text;html=1;whiteSpace=wrap;strokeColor=none;fillColor=none;align=left;verticalAlign=middle;rounded=0;" value="&lt;font style=&quot;font-size: 13px;&quot;&gt;vmbr0:&amp;nbsp; 192.168.70.53&lt;/font&gt;&lt;div&gt;&lt;font style=&quot;font-size: 13px;&quot;&gt;vmbr3: 10.10.30.53&lt;/font&gt;&lt;/div&gt;" vertex="1">
          <mxGeometry height="76" width="141" x="3926.5" y="668" as="geometry" />
        </mxCell>
        <mxCell id="70EQDND4JwSF7BMMIh-t-454" parent="1" style="text;html=1;whiteSpace=wrap;strokeColor=none;fillColor=none;align=left;verticalAlign=middle;rounded=0;" value="&lt;font style=&quot;font-size: 13px;&quot;&gt;vmbr0:&amp;nbsp; 192.168.70.54&lt;/font&gt;&lt;div&gt;&lt;font style=&quot;font-size: 13px;&quot;&gt;vmbr3: 10.10.30.54&lt;/font&gt;&lt;/div&gt;" vertex="1">
          <mxGeometry height="76" width="141" x="4181.5" y="666" as="geometry" />
        </mxCell>
        <mxCell id="70EQDND4JwSF7BMMIh-t-455" parent="1" style="text;html=1;whiteSpace=wrap;strokeColor=none;fillColor=none;align=center;verticalAlign=middle;rounded=0;" value="&lt;font style=&quot;font-size: 16px;&quot;&gt;Workers&amp;nbsp;&lt;/font&gt;" vertex="1">
          <mxGeometry height="30" width="151" x="4046" y="742" as="geometry" />
        </mxCell>
        <mxCell id="70EQDND4JwSF7BMMIh-t-461" parent="1" style="rounded=1;whiteSpace=wrap;html=1;fillColor=#dae8fc;strokeColor=#6c8ebf;" value="&lt;font style=&quot;font-size: 22px;&quot;&gt;VIP&lt;/font&gt;" vertex="1">
          <mxGeometry height="145" width="91" x="3288" y="1373.5" as="geometry" />
        </mxCell>
        <mxCell id="70EQDND4JwSF7BMMIh-t-462" edge="1" parent="1" source="70EQDND4JwSF7BMMIh-t-461" style="endArrow=classic;startArrow=classic;html=1;rounded=0;entryX=1.001;entryY=0.504;entryDx=0;entryDy=0;entryPerimeter=0;" target="70EQDND4JwSF7BMMIh-t-263" value="">
          <mxGeometry height="50" relative="1" width="50" as="geometry">
            <mxPoint x="3653" y="1247.5" as="sourcePoint" />
            <mxPoint x="3383" y="1260.5" as="targetPoint" />
          </mxGeometry>
        </mxCell>
        <mxCell id="70EQDND4JwSF7BMMIh-t-463" edge="1" parent="1" source="70EQDND4JwSF7BMMIh-t-273" style="endArrow=classic;startArrow=classic;html=1;rounded=0;exitX=1.002;exitY=0.493;exitDx=0;exitDy=0;exitPerimeter=0;" target="70EQDND4JwSF7BMMIh-t-461" value="">
          <mxGeometry height="50" relative="1" width="50" as="geometry">
            <mxPoint x="3249" y="1537.5" as="sourcePoint" />
            <mxPoint x="3368" y="1494.5" as="targetPoint" />
          </mxGeometry>
        </mxCell>
        <mxCell id="70EQDND4JwSF7BMMIh-t-465" parent="1" style="text;html=1;whiteSpace=wrap;strokeColor=none;fillColor=none;align=left;verticalAlign=middle;rounded=0;" value="&lt;br&gt;&lt;div&gt;&lt;font style=&quot;font-size: 13px;&quot;&gt;VIP&amp;nbsp; 10.10.40.100&lt;/font&gt;&lt;/div&gt;" vertex="1">
          <mxGeometry height="52" width="141" x="3263" y="1311.5" as="geometry" />
        </mxCell>
        <mxCell id="70EQDND4JwSF7BMMIh-t-467" parent="1" style="rounded=1;whiteSpace=wrap;html=1;strokeWidth=2;" value="" vertex="1">
          <mxGeometry height="425" width="456" x="3587" y="1243" as="geometry" />
        </mxCell>
        <mxCell id="70EQDND4JwSF7BMMIh-t-468" parent="1" style="rounded=1;whiteSpace=wrap;html=1;fillColor=#dae8fc;strokeColor=#6c8ebf;" value="" vertex="1">
          <mxGeometry height="90" width="190" x="3624" y="1273.5" as="geometry" />
        </mxCell>
        <mxCell id="70EQDND4JwSF7BMMIh-t-469" parent="1" style="text;html=1;whiteSpace=wrap;strokeColor=none;fillColor=none;align=center;verticalAlign=middle;rounded=0;" value="&lt;div&gt;&lt;div&gt;&lt;font style=&quot;font-size: 14px;&quot;&gt;Kafka&lt;/font&gt;&lt;/div&gt;&lt;/div&gt;&lt;div&gt;&lt;span style=&quot;font-size: 14px;&quot;&gt;KRaft&lt;/span&gt;&lt;/div&gt;" vertex="1">
          <mxGeometry height="30" width="140" x="3654" y="1303.5" as="geometry" />
        </mxCell>
        <mxCell id="70EQDND4JwSF7BMMIh-t-470" parent="1" style="rounded=1;whiteSpace=wrap;html=1;fillColor=#dae8fc;strokeColor=#6c8ebf;" value="" vertex="1">
          <mxGeometry height="90" width="190" x="3621" y="1406.5" as="geometry" />
        </mxCell>
-         <mxCell id="70EQDND4JwSF7BMMIh-t-471" parent="1" style="text;html=1;whiteSpace=wrap;strokeColor=none;fillColor=none;align=center;verticalAlign=middle;rounded=0;" value="&lt;div&gt;&lt;div&gt;&lt;font style=&quot;font-size: 14px;&quot;&gt;Kafka&lt;/font&gt;&lt;/div&gt;&lt;/div&gt;&lt;div&gt;&lt;font style=&quot;font-size: 14px;&quot;&gt;Zookeeper&lt;/font&gt;&lt;/div&gt;" vertex="1">
+         <mxCell id="70EQDND4JwSF7BMMIh-t-471" parent="1" style="text;html=1;whiteSpace=wrap;strokeColor=none;fillColor=none;align=center;verticalAlign=middle;rounded=0;" value="&lt;div&gt;&lt;div&gt;&lt;font style=&quot;font-size: 14px;&quot;&gt;Kafka&lt;/font&gt;&lt;/div&gt;&lt;/div&gt;&lt;div&gt;&lt;span style=&quot;font-size: 14px;&quot;&gt;KRaft&lt;/span&gt;&lt;/div&gt;" vertex="1">
          <mxGeometry height="30" width="140" x="3651" y="1436.5" as="geometry" />
        </mxCell>
        <mxCell id="70EQDND4JwSF7BMMIh-t-472" parent="1" style="rounded=1;whiteSpace=wrap;html=1;fillColor=#dae8fc;strokeColor=#6c8ebf;" value="" vertex="1">
          <mxGeometry height="90" width="190" x="3626" y="1544.5" as="geometry" />
        </mxCell>
-         <mxCell id="70EQDND4JwSF7BMMIh-t-473" parent="1" style="text;html=1;whiteSpace=wrap;strokeColor=none;fillColor=none;align=center;verticalAlign=middle;rounded=0;" value="&lt;div&gt;&lt;div&gt;&lt;font style=&quot;font-size: 14px;&quot;&gt;Kafka&lt;/font&gt;&lt;/div&gt;&lt;/div&gt;&lt;div&gt;&lt;font style=&quot;font-size: 14px;&quot;&gt;Zookeeper&lt;/font&gt;&lt;/div&gt;" vertex="1">
+         <mxCell id="70EQDND4JwSF7BMMIh-t-473" parent="1" style="text;html=1;whiteSpace=wrap;strokeColor=none;fillColor=none;align=center;verticalAlign=middle;rounded=0;" value="&lt;div&gt;&lt;div&gt;&lt;font style=&quot;font-size: 14px;&quot;&gt;Kafka&lt;/font&gt;&lt;/div&gt;&lt;/div&gt;&lt;div&gt;&lt;span style=&quot;font-size: 14px;&quot;&gt;KRaft&lt;/span&gt;&lt;/div&gt;" vertex="1">
          <mxGeometry height="30" width="140" x="3656" y="1574.5" as="geometry" />
        </mxCell>
        <mxCell id="70EQDND4JwSF7BMMIh-t-474" parent="1" style="text;html=1;whiteSpace=wrap;strokeColor=none;fillColor=none;align=center;verticalAlign=middle;rounded=0;strokeWidth=1;fontStyle=1" value="KAFKA CLUSTER" vertex="1">
          <mxGeometry height="30" width="60" x="3684" y="1176" as="geometry" />
        </mxCell>
        <mxCell id="70EQDND4JwSF7BMMIh-t-475" parent="1" style="text;html=1;whiteSpace=wrap;strokeColor=none;fillColor=none;align=left;verticalAlign=middle;rounded=0;" value="&lt;font style=&quot;font-size: 13px;&quot;&gt;vmbr0:&amp;nbsp; 192.168.70.81&lt;/font&gt;&lt;div&gt;&lt;div&gt;&lt;font style=&quot;font-size: 13px;&quot;&gt;vmbr5: 10.10.50.81&lt;/font&gt;&lt;/div&gt;&lt;/div&gt;" vertex="1">
          <mxGeometry height="30" width="144" x="3862" y="1300.5" as="geometry" />
        </mxCell>
        <mxCell id="70EQDND4JwSF7BMMIh-t-476" parent="1" style="text;html=1;whiteSpace=wrap;strokeColor=none;fillColor=none;align=left;verticalAlign=middle;rounded=0;" value="&lt;font style=&quot;font-size: 13px;&quot;&gt;vmbr0:&amp;nbsp; 192.168.70.82&lt;/font&gt;&lt;div&gt;&lt;div&gt;&lt;font style=&quot;font-size: 13px;&quot;&gt;vmbr5: 10.10.50.82&lt;/font&gt;&lt;/div&gt;&lt;/div&gt;" vertex="1">
          <mxGeometry height="30" width="144" x="3856.5" y="1438.25" as="geometry" />
        </mxCell>
        <mxCell id="70EQDND4JwSF7BMMIh-t-477" parent="1" style="text;html=1;whiteSpace=wrap;strokeColor=none;fillColor=none;align=left;verticalAlign=middle;rounded=0;" value="&lt;font style=&quot;font-size: 13px;&quot;&gt;vmbr0:&amp;nbsp; 192.168.70.83&lt;/font&gt;&lt;div&gt;&lt;div&gt;&lt;font style=&quot;font-size: 13px;&quot;&gt;vmbr5: 10.10.50.83&lt;/font&gt;&lt;/div&gt;&lt;/div&gt;" vertex="1">
          <mxGeometry height="30" width="144" x="3856.5" y="1580.12" as="geometry" />
        </mxCell>
        <mxCell id="70EQDND4JwSF7BMMIh-t-482" parent="1" style="rounded=1;whiteSpace=wrap;html=1;fillColor=#fff2cc;strokeColor=#d6b656;gradientColor=#ffd966;shadow=1;" value="" vertex="1">
          <mxGeometry height="60" width="120" x="2801" y="1161" as="geometry" />
        </mxCell>
        <mxCell id="70EQDND4JwSF7BMMIh-t-483" parent="1" style="text;html=1;whiteSpace=wrap;strokeColor=none;fillColor=none;align=center;verticalAlign=middle;rounded=0;strokeWidth=1;fontStyle=1" value="PostgreSQL&amp;nbsp;&lt;div&gt;Cluster&lt;/div&gt;" vertex="1">
          <mxGeometry height="30" width="60" x="2831" y="1176" as="geometry" />
        </mxCell>
        <mxCell id="70EQDND4JwSF7BMMIh-t-486" parent="1" style="rounded=1;whiteSpace=wrap;html=1;strokeWidth=2;" value="" vertex="1">
          <mxGeometry height="423.5" width="674" x="4277.5" y="1250.5" as="geometry" />
        </mxCell>
        <mxCell id="70EQDND4JwSF7BMMIh-t-487" parent="1" style="rounded=1;whiteSpace=wrap;html=1;fillColor=#fff2cc;strokeColor=#d6b656;" value="" vertex="1">
          <mxGeometry height="90" width="190" x="4589" y="1277.87" as="geometry" />
        </mxCell>
        <mxCell id="70EQDND4JwSF7BMMIh-t-488" parent="1" style="text;html=1;whiteSpace=wrap;strokeColor=none;fillColor=none;align=center;verticalAlign=middle;rounded=0;" value="&lt;div&gt;&lt;div&gt;&lt;font style=&quot;font-size: 14px;&quot;&gt;Elastic Search&lt;/font&gt;&lt;/div&gt;&lt;/div&gt;" vertex="1">
          <mxGeometry height="30" width="140" x="4619" y="1307.87" as="geometry" />
        </mxCell>
        <mxCell id="70EQDND4JwSF7BMMIh-t-489" parent="1" style="rounded=1;whiteSpace=wrap;html=1;fillColor=#fff2cc;strokeColor=#d6b656;" value="" vertex="1">
          <mxGeometry height="90" width="190" x="4589" y="1413.87" as="geometry" />
        </mxCell>
        <mxCell id="70EQDND4JwSF7BMMIh-t-490" parent="1" style="rounded=1;whiteSpace=wrap;html=1;fillColor=#fff2cc;strokeColor=#d6b656;" value="" vertex="1">
          <mxGeometry height="90" width="190" x="4589" y="1547" as="geometry" />
        </mxCell>
        <mxCell id="70EQDND4JwSF7BMMIh-t-491" parent="1" style="text;html=1;whiteSpace=wrap;strokeColor=none;fillColor=none;align=center;verticalAlign=middle;rounded=0;" value="&lt;div&gt;&lt;div&gt;&lt;font style=&quot;font-size: 14px;&quot;&gt;Elastic Search&lt;/font&gt;&lt;/div&gt;&lt;/div&gt;" vertex="1">
          <mxGeometry height="30" width="140" x="4614" y="1443.87" as="geometry" />
        </mxCell>
        <mxCell id="70EQDND4JwSF7BMMIh-t-492" parent="1" style="text;html=1;whiteSpace=wrap;strokeColor=none;fillColor=none;align=center;verticalAlign=middle;rounded=0;" value="&lt;div&gt;&lt;div&gt;&lt;font style=&quot;font-size: 14px;&quot;&gt;Elastic Search&lt;/font&gt;&lt;/div&gt;&lt;/div&gt;" vertex="1">
          <mxGeometry height="30" width="140" x="4619" y="1578.87" as="geometry" />
        </mxCell>
        <mxCell id="70EQDND4JwSF7BMMIh-t-497" parent="1" style="rounded=1;whiteSpace=wrap;html=1;fillColor=#d5e8d4;strokeColor=#82b366;" value="" vertex="1">
          <mxGeometry height="90" width="190" x="4321" y="1277.87" as="geometry" />
        </mxCell>
        <mxCell id="70EQDND4JwSF7BMMIh-t-498" parent="1" style="text;html=1;whiteSpace=wrap;strokeColor=none;fillColor=none;align=center;verticalAlign=middle;rounded=0;" value="&lt;div&gt;&lt;div&gt;&lt;font style=&quot;font-size: 14px;&quot;&gt;Logstash&lt;/font&gt;&lt;/div&gt;&lt;/div&gt;" vertex="1">
          <mxGeometry height="30" width="140" x="4353" y="1311.37" as="geometry" />
        </mxCell>
        <mxCell id="70EQDND4JwSF7BMMIh-t-501" parent="1" style="text;html=1;whiteSpace=wrap;strokeColor=none;fillColor=none;align=left;verticalAlign=middle;rounded=0;" value="&lt;font style=&quot;font-size: 13px;&quot;&gt;vmbr0:&amp;nbsp; 192.168.70.61&lt;/font&gt;&lt;div&gt;&lt;div&gt;&lt;font style=&quot;font-size: 13px;&quot;&gt;vmbr6: 10.10.60.61&lt;/font&gt;&lt;/div&gt;&lt;/div&gt;" vertex="1">
          <mxGeometry height="30" width="144" x="4798" y="1301.62" as="geometry" />
        </mxCell>
        <mxCell id="70EQDND4JwSF7BMMIh-t-502" parent="1" style="text;html=1;whiteSpace=wrap;strokeColor=none;fillColor=none;align=left;verticalAlign=middle;rounded=0;" value="&lt;font style=&quot;font-size: 13px;&quot;&gt;vmbr0:&amp;nbsp; 192.168.70.62&lt;/font&gt;&lt;div&gt;&lt;div&gt;&lt;font style=&quot;font-size: 13px;&quot;&gt;vmbr6: 10.10.60.62&lt;/font&gt;&lt;/div&gt;&lt;/div&gt;" vertex="1">
          <mxGeometry height="30" width="144" x="4798" y="1443.87" as="geometry" />
        </mxCell>
        <mxCell id="70EQDND4JwSF7BMMIh-t-503" parent="1" style="text;html=1;whiteSpace=wrap;strokeColor=none;fillColor=none;align=left;verticalAlign=middle;rounded=0;" value="&lt;font style=&quot;font-size: 13px;&quot;&gt;vmbr0:&amp;nbsp; 192.168.70.63&lt;/font&gt;&lt;div&gt;&lt;div&gt;&lt;font style=&quot;font-size: 13px;&quot;&gt;vmbr6: 10.10.60.63&lt;/font&gt;&lt;/div&gt;&lt;/div&gt;" vertex="1">
          <mxGeometry height="30" width="144" x="4800" y="1581.62" as="geometry" />
        </mxCell>
        <mxCell id="70EQDND4JwSF7BMMIh-t-504" parent="1" style="text;html=1;whiteSpace=wrap;strokeColor=none;fillColor=none;align=left;verticalAlign=middle;rounded=0;" value="&lt;font style=&quot;font-size: 13px;&quot;&gt;vmbr0:&amp;nbsp; 192.168.70.65&lt;/font&gt;&lt;div&gt;&lt;div&gt;&lt;font style=&quot;font-size: 13px;&quot;&gt;vmbr6: 10.10.60.65&lt;/font&gt;&lt;/div&gt;&lt;/div&gt;" vertex="1">
          <mxGeometry height="30" width="144" x="4342" y="1393.37" as="geometry" />
        </mxCell>
        <mxCell id="70EQDND4JwSF7BMMIh-t-508" parent="1" style="rounded=1;whiteSpace=wrap;html=1;fillColor=#fad9d5;strokeColor=#ae4132;" value="" vertex="1">
          <mxGeometry height="60" width="120" x="4461" y="1162.5" as="geometry" />
        </mxCell>
        <mxCell id="70EQDND4JwSF7BMMIh-t-509" parent="1" style="text;html=1;whiteSpace=wrap;strokeColor=none;fillColor=none;align=center;verticalAlign=middle;rounded=0;strokeWidth=1;fontStyle=1" value="ES CLUSTER" vertex="1">
          <mxGeometry height="30" width="60" x="4494" y="1177.5" as="geometry" />
        </mxCell>
        <mxCell id="70EQDND4JwSF7BMMIh-t-511" parent="1" style="text;html=1;whiteSpace=wrap;strokeColor=none;fillColor=none;align=center;verticalAlign=middle;rounded=0;" value="&lt;b&gt;&lt;font style=&quot;font-size: 15px;&quot;&gt;STORAGE&lt;/font&gt;&lt;/b&gt;" vertex="1">
          <mxGeometry height="30" width="164" x="1921" y="904.5" as="geometry" />
        </mxCell>
        <mxCell id="70EQDND4JwSF7BMMIh-t-512" parent="1" style="text;html=1;whiteSpace=wrap;strokeColor=none;fillColor=none;align=center;verticalAlign=middle;rounded=0;" value="&lt;b&gt;&lt;font style=&quot;font-size: 15px;&quot;&gt;DATABASE&lt;/font&gt;&lt;/b&gt;" vertex="1">
          <mxGeometry height="30" width="164" x="349" y="907.5" as="geometry" />
        </mxCell>
        <mxCell id="70EQDND4JwSF7BMMIh-t-513" parent="1" style="text;html=1;whiteSpace=wrap;strokeColor=none;fillColor=none;align=center;verticalAlign=middle;rounded=0;" value="&lt;b&gt;&lt;font style=&quot;font-size: 15px;&quot;&gt;LOGGER&lt;/font&gt;&lt;/b&gt;" vertex="1">
          <mxGeometry height="30" width="164" x="1057" y="909" as="geometry" />
        </mxCell>
        <mxCell id="70EQDND4JwSF7BMMIh-t-514" parent="1" style="rounded=1;whiteSpace=wrap;html=1;fillColor=#e1d5e7;strokeColor=#9673a6;" value="" vertex="1">
          <mxGeometry height="90" width="190" x="4321" y="1556.62" as="geometry" />
        </mxCell>
        <mxCell id="70EQDND4JwSF7BMMIh-t-515" parent="1" style="text;html=1;whiteSpace=wrap;strokeColor=none;fillColor=none;align=center;verticalAlign=middle;rounded=0;" value="&lt;div&gt;&lt;div&gt;&lt;font style=&quot;font-size: 14px;&quot;&gt;Kibana&lt;/font&gt;&lt;/div&gt;&lt;/div&gt;" vertex="1">
          <mxGeometry height="30" width="140" x="4346" y="1586.62" as="geometry" />
        </mxCell>
        <mxCell id="70EQDND4JwSF7BMMIh-t-516" parent="1" style="text;html=1;whiteSpace=wrap;strokeColor=none;fillColor=none;align=left;verticalAlign=middle;rounded=0;" value="&lt;font style=&quot;font-size: 13px;&quot;&gt;vmbr0:&amp;nbsp; 192.168.70.66&lt;/font&gt;&lt;div&gt;&lt;div&gt;&lt;font style=&quot;font-size: 13px;&quot;&gt;vmbr6: 10.10.60.66&lt;/font&gt;&lt;/div&gt;&lt;/div&gt;" vertex="1">
          <mxGeometry height="30" width="144" x="4346" y="1508" as="geometry" />
        </mxCell>
        <mxCell id="sZ-5xv9_SRq4fJ0hxT3P-1" parent="1" style="rounded=0;whiteSpace=wrap;html=1;strokeWidth=2;fillColor=#ffe6cc;strokeColor=#d79b00;" value="" vertex="1">
          <mxGeometry height="161" width="375" x="1250" y="961" as="geometry" />
        </mxCell>
        <mxCell id="sZ-5xv9_SRq4fJ0hxT3P-2" parent="1" style="rounded=1;whiteSpace=wrap;html=1;" value="" vertex="1">
          <mxGeometry height="73" width="298" x="1286" y="1011" as="geometry" />
        </mxCell>
        <mxCell id="sZ-5xv9_SRq4fJ0hxT3P-3" parent="1" style="text;html=1;whiteSpace=wrap;strokeColor=none;fillColor=none;align=center;verticalAlign=middle;rounded=0;" value="&lt;b&gt;VM 21 Prometheus/Grafana stack&lt;/b&gt;" vertex="1">
          <mxGeometry height="30" width="254.5" x="1304" y="1014" as="geometry" />
        </mxCell>
        <mxCell id="sZ-5xv9_SRq4fJ0hxT3P-7" parent="1" style="text;html=1;whiteSpace=wrap;strokeColor=none;fillColor=none;align=center;verticalAlign=middle;rounded=0;" value="&lt;font style=&quot;font-size: 13px;&quot;&gt;&lt;b&gt;Prometheus/Grafana&lt;/b&gt;&lt;/font&gt;" vertex="1">
          <mxGeometry height="30" width="60" x="1405" y="974" as="geometry" />
        </mxCell>
        <mxCell id="sZ-5xv9_SRq4fJ0hxT3P-8" parent="1" style="text;html=1;whiteSpace=wrap;strokeColor=none;fillColor=none;align=center;verticalAlign=middle;rounded=0;" value="&lt;b&gt;&lt;font style=&quot;font-size: 15px;&quot;&gt;OBSERVABILTY&lt;/font&gt;&lt;/b&gt;" vertex="1">
          <mxGeometry height="30" width="164" x="1475" y="912" as="geometry" />
        </mxCell>
        <mxCell id="sZ-5xv9_SRq4fJ0hxT3P-9" parent="1" style="text;html=1;whiteSpace=wrap;strokeColor=none;fillColor=none;align=center;verticalAlign=middle;rounded=0;" value="[Prometheus]" vertex="1">
          <mxGeometry height="30" width="119" x="1323" y="1036.5" as="geometry" />
        </mxCell>
        <mxCell id="sZ-5xv9_SRq4fJ0hxT3P-10" parent="1" style="text;html=1;whiteSpace=wrap;strokeColor=none;fillColor=none;align=center;verticalAlign=middle;rounded=0;" value="[Grafana]" vertex="1">
          <mxGeometry height="30" width="119" x="1433" y="1036.5" as="geometry" />
        </mxCell>
        <mxCell id="sZ-5xv9_SRq4fJ0hxT3P-11" edge="1" parent="1" source="70EQDND4JwSF7BMMIh-t-39" style="endArrow=classic;startArrow=classic;html=1;rounded=0;entryX=0.496;entryY=0.001;entryDx=0;entryDy=0;entryPerimeter=0;" target="sZ-5xv9_SRq4fJ0hxT3P-1" value="">
          <mxGeometry height="50" relative="1" width="50" as="geometry">
            <mxPoint x="943.37" y="690.18" as="sourcePoint" />
            <mxPoint x="1464.995" y="932.5020000000001" as="targetPoint" />
          </mxGeometry>
        </mxCell>
        <mxCell id="sZ-5xv9_SRq4fJ0hxT3P-12" parent="1" style="rounded=1;whiteSpace=wrap;html=1;fillColor=none;dashed=1;" value="" vertex="1">
          <mxGeometry height="864" width="1186" x="3543" y="-23" as="geometry" />
        </mxCell>
        <mxCell id="70EQDND4JwSF7BMMIh-t-484" parent="1" style="rounded=1;whiteSpace=wrap;html=1;fillColor=#f5f5f5;strokeColor=#666666;gradientColor=#b3b3b3;" value="" vertex="1">
          <mxGeometry height="60" width="120" x="3953" y="-56" as="geometry" />
        </mxCell>
        <mxCell id="70EQDND4JwSF7BMMIh-t-485" parent="1" style="text;html=1;whiteSpace=wrap;strokeColor=none;fillColor=none;align=center;verticalAlign=middle;rounded=0;strokeWidth=1;fontStyle=1" value="Kubernetes&amp;nbsp;&lt;div&gt;Cluster&lt;/div&gt;" vertex="1">
          <mxGeometry height="30" width="60" x="3987" y="-41" as="geometry" />
        </mxCell>
        <mxCell id="sZ-5xv9_SRq4fJ0hxT3P-13" parent="1" style="rounded=1;whiteSpace=wrap;html=1;fillColor=#f5f5f5;strokeColor=#666666;gradientColor=#b3b3b3;" value="" vertex="1">
          <mxGeometry height="60" width="167" x="4098.5" y="-56" as="geometry" />
        </mxCell>
        <mxCell id="70EQDND4JwSF7BMMIh-t-456" parent="1" style="text;html=1;whiteSpace=wrap;strokeColor=none;fillColor=none;align=center;verticalAlign=middle;rounded=0;" value="&lt;b&gt;VLAN30: 10.10.30.0/24&lt;/b&gt;" vertex="1">
          <mxGeometry height="30" width="199" x="4083" y="-39" as="geometry" />
        </mxCell>
        <mxCell id="sZ-5xv9_SRq4fJ0hxT3P-15" parent="1" style="rounded=1;whiteSpace=wrap;html=1;fillColor=#fff2cc;gradientColor=#ffd966;strokeColor=#d6b656;shadow=1;" value="" vertex="1">
          <mxGeometry height="60" width="188" x="2942" y="1161" as="geometry" />
        </mxCell>
        <mxCell id="70EQDND4JwSF7BMMIh-t-459" parent="1" style="text;html=1;whiteSpace=wrap;strokeColor=none;fillColor=none;align=center;verticalAlign=middle;rounded=0;" value="&lt;b&gt;VLAN40: 10.10.40.0/24&lt;/b&gt;" vertex="1">
          <mxGeometry height="30" width="199" x="2944" y="1178.5" as="geometry" />
        </mxCell>
        <mxCell id="sZ-5xv9_SRq4fJ0hxT3P-16" parent="1" style="rounded=1;whiteSpace=wrap;html=1;fillColor=#cdeb8b;strokeColor=#36393d;" value="" vertex="1">
          <mxGeometry height="60" width="166" x="3804.5" y="1161" as="geometry" />
        </mxCell>
        <mxCell id="70EQDND4JwSF7BMMIh-t-478" parent="1" style="text;html=1;whiteSpace=wrap;strokeColor=none;fillColor=none;align=center;verticalAlign=middle;rounded=0;shadow=1;" value="&lt;b&gt;VLAN40: 10.10.50.0/24&lt;/b&gt;" vertex="1">
          <mxGeometry height="30" width="199" x="3792.5" y="1178.5" as="geometry" />
        </mxCell>
        <mxCell id="sZ-5xv9_SRq4fJ0hxT3P-19" parent="1" style="rounded=1;whiteSpace=wrap;html=1;fillColor=#fad9d5;strokeColor=#ae4132;" value="" vertex="1">
          <mxGeometry height="60" width="182" x="4624" y="1162.5" as="geometry" />
        </mxCell>
        <mxCell id="70EQDND4JwSF7BMMIh-t-510" parent="1" style="text;html=1;whiteSpace=wrap;strokeColor=none;fillColor=none;align=center;verticalAlign=middle;rounded=0;" value="&lt;b&gt;VLAN40: 10.10.60.0/24&lt;/b&gt;" vertex="1">
          <mxGeometry height="30" width="191" x="4624" y="1180.5" as="geometry" />
        </mxCell>
        <mxCell id="sZ-5xv9_SRq4fJ0hxT3P-22" parent="1" style="rounded=1;whiteSpace=wrap;html=1;fillColor=none;dashed=1;direction=south;" value="" vertex="1">
          <mxGeometry height="289.5" width="554" x="5113" y="1195" as="geometry" />
        </mxCell>
        <mxCell id="sZ-5xv9_SRq4fJ0hxT3P-23" parent="1" style="rounded=1;whiteSpace=wrap;html=1;fillColor=#cdeb8b;strokeColor=#36393d;shadow=1;" value="" vertex="1">
          <mxGeometry height="60" width="120" x="5228" y="1162.5" as="geometry" />
        </mxCell>
        <mxCell id="sZ-5xv9_SRq4fJ0hxT3P-24" parent="1" style="rounded=1;whiteSpace=wrap;html=1;strokeWidth=2;" value="" vertex="1">
          <mxGeometry height="182" width="456" x="5164" y="1244.5" as="geometry" />
        </mxCell>
        <mxCell id="sZ-5xv9_SRq4fJ0hxT3P-25" parent="1" style="rounded=1;whiteSpace=wrap;html=1;fillColor=#dae8fc;strokeColor=#6c8ebf;" value="" vertex="1">
          <mxGeometry height="90" width="190" x="5201" y="1275" as="geometry" />
        </mxCell>
        <mxCell id="sZ-5xv9_SRq4fJ0hxT3P-26" parent="1" style="text;html=1;whiteSpace=wrap;strokeColor=none;fillColor=none;align=center;verticalAlign=middle;rounded=0;" value="&lt;div&gt;&lt;span style=&quot;font-size: 14px;&quot;&gt;Prometheus&lt;/span&gt;&lt;/div&gt;&lt;div&gt;&lt;span style=&quot;font-size: 14px;&quot;&gt;Grafana&lt;/span&gt;&lt;/div&gt;" vertex="1">
          <mxGeometry height="30" width="140" x="5231" y="1305" as="geometry" />
        </mxCell>
        <mxCell id="sZ-5xv9_SRq4fJ0hxT3P-31" parent="1" style="text;html=1;whiteSpace=wrap;strokeColor=none;fillColor=none;align=center;verticalAlign=middle;rounded=0;strokeWidth=1;fontStyle=1" value="Prometheus&lt;div&gt;Grafana&lt;/div&gt;" vertex="1">
          <mxGeometry height="30" width="60" x="5261" y="1177.5" as="geometry" />
        </mxCell>
        <mxCell id="sZ-5xv9_SRq4fJ0hxT3P-32" parent="1" style="text;html=1;whiteSpace=wrap;strokeColor=none;fillColor=none;align=left;verticalAlign=middle;rounded=0;" value="&lt;font style=&quot;font-size: 13px;&quot;&gt;vmbr0:&amp;nbsp; 192.168.70.80&lt;/font&gt;&lt;div&gt;&lt;div&gt;&lt;font style=&quot;font-size: 13px;&quot;&gt;vmbr7: 10.10.70.80&lt;/font&gt;&lt;/div&gt;&lt;/div&gt;" vertex="1">
          <mxGeometry height="30" width="144" x="5439" y="1302" as="geometry" />
        </mxCell>
        <mxCell id="sZ-5xv9_SRq4fJ0hxT3P-35" parent="1" style="rounded=1;whiteSpace=wrap;html=1;fillColor=#cdeb8b;strokeColor=#36393d;shadow=1;" value="" vertex="1">
          <mxGeometry height="60" width="166" x="5381.5" y="1162.5" as="geometry" />
        </mxCell>
        <mxCell id="sZ-5xv9_SRq4fJ0hxT3P-36" parent="1" style="text;html=1;whiteSpace=wrap;strokeColor=none;fillColor=none;align=center;verticalAlign=middle;rounded=0;" value="&lt;b&gt;VLAN40: 10.10.70.0/24&lt;/b&gt;" vertex="1">
          <mxGeometry height="30" width="199" x="5369.5" y="1180" as="geometry" />
        </mxCell>
        <mxCell id="sZ-5xv9_SRq4fJ0hxT3P-37" parent="1" style="strokeColor=#ffffff;sketch=0;html=1;pointerEvents=1;dashed=0;fillColor=#036897;strokeWidth=2;verticalLabelPosition=bottom;verticalAlign=top;align=center;outlineConnect=0;shape=mxgraph.cisco.security.router_firewall;" value="" vertex="1">
          <mxGeometry height="62" width="78" x="4119" y="897.5" as="geometry" />
        </mxCell>
        <mxCell id="sZ-5xv9_SRq4fJ0hxT3P-38" edge="1" parent="1" source="sZ-5xv9_SRq4fJ0hxT3P-15" style="endArrow=classic;startArrow=classic;html=1;rounded=0;exitX=0.503;exitY=0;exitDx=0;exitDy=0;exitPerimeter=0;" target="sZ-5xv9_SRq4fJ0hxT3P-37" value="">
          <mxGeometry height="50" relative="1" width="50" as="geometry">
            <mxPoint x="3058" y="1085" as="sourcePoint" />
            <mxPoint x="3709" y="918" as="targetPoint" />
          </mxGeometry>
        </mxCell>
        <mxCell id="sZ-5xv9_SRq4fJ0hxT3P-40" edge="1" parent="1" source="sZ-5xv9_SRq4fJ0hxT3P-37" style="endArrow=classic;startArrow=classic;html=1;rounded=0;entryX=0.487;entryY=0.011;entryDx=0;entryDy=0;entryPerimeter=0;" target="sZ-5xv9_SRq4fJ0hxT3P-16" value="">
          <mxGeometry height="50" relative="1" width="50" as="geometry">
            <mxPoint x="3559" y="1304" as="sourcePoint" />
            <mxPoint x="3609" y="1254" as="targetPoint" />
          </mxGeometry>
        </mxCell>
        <mxCell id="sZ-5xv9_SRq4fJ0hxT3P-41" edge="1" parent="1" source="sZ-5xv9_SRq4fJ0hxT3P-19" style="endArrow=classic;startArrow=classic;html=1;rounded=0;" value="">
          <mxGeometry height="50" relative="1" width="50" as="geometry">
            <mxPoint x="4966" y="1167" as="sourcePoint" />
            <mxPoint x="4172" y="963" as="targetPoint" />
          </mxGeometry>
        </mxCell>
        <mxCell id="sZ-5xv9_SRq4fJ0hxT3P-42" edge="1" parent="1" source="sZ-5xv9_SRq4fJ0hxT3P-35" style="endArrow=classic;startArrow=classic;html=1;rounded=0;exitX=0.514;exitY=-0.031;exitDx=0;exitDy=0;exitPerimeter=0;" target="sZ-5xv9_SRq4fJ0hxT3P-37" value="">
          <mxGeometry height="50" relative="1" width="50" as="geometry">
            <mxPoint x="4800" y="1070" as="sourcePoint" />
            <mxPoint x="4206" y="889" as="targetPoint" />
          </mxGeometry>
        </mxCell>
        <mxCell id="94FACw2HSjL-Ihtq5xYt-1" parent="1" style="rounded=1;whiteSpace=wrap;html=1;fillColor=none;dashed=1;direction=south;" value="" vertex="1">
          <mxGeometry height="521" width="554" x="3849.5" y="1800.5" as="geometry" />
        </mxCell>
        <mxCell id="94FACw2HSjL-Ihtq5xYt-2" parent="1" style="rounded=1;whiteSpace=wrap;html=1;fillColor=#cdeb8b;strokeColor=#36393d;shadow=1;" value="" vertex="1">
          <mxGeometry height="60" width="120" x="3964.5" y="1768" as="geometry" />
        </mxCell>
        <mxCell id="94FACw2HSjL-Ihtq5xYt-3" parent="1" style="rounded=1;whiteSpace=wrap;html=1;strokeWidth=2;" value="" vertex="1">
          <mxGeometry height="425" width="456" x="3900.5" y="1850" as="geometry" />
        </mxCell>
        <mxCell id="94FACw2HSjL-Ihtq5xYt-4" parent="1" style="rounded=1;whiteSpace=wrap;html=1;fillColor=#dae8fc;strokeColor=#6c8ebf;" value="" vertex="1">
          <mxGeometry height="90" width="190" x="3937.5" y="1880.5" as="geometry" />
        </mxCell>
-         <mxCell id="94FACw2HSjL-Ihtq5xYt-5" parent="1" style="text;html=1;whiteSpace=wrap;strokeColor=none;fillColor=none;align=center;verticalAlign=middle;rounded=0;" value="&lt;div&gt;&lt;div&gt;&lt;span style=&quot;font-size: 14px;&quot;&gt;Ceph1&lt;/span&gt;&lt;/div&gt;&lt;/div&gt;" vertex="1">
+         <mxCell id="94FACw2HSjL-Ihtq5xYt-5" parent="1" style="text;html=1;whiteSpace=wrap;strokeColor=none;fillColor=none;align=center;verticalAlign=middle;rounded=0;" value="&lt;div&gt;&lt;div&gt;&lt;span style=&quot;font-size: 14px;&quot;&gt;Ceph1&lt;/span&gt;&lt;/div&gt;&lt;/div&gt;&lt;div&gt;&lt;span style=&quot;font-size: 14px;&quot;&gt;Mon, OSD&lt;/span&gt;&lt;/div&gt;" vertex="1">
          <mxGeometry height="30" width="140" x="3967.5" y="1910.5" as="geometry" />
        </mxCell>
        <mxCell id="94FACw2HSjL-Ihtq5xYt-6" parent="1" style="rounded=1;whiteSpace=wrap;html=1;fillColor=#dae8fc;strokeColor=#6c8ebf;" value="" vertex="1">
          <mxGeometry height="90" width="190" x="3934.5" y="2013.5" as="geometry" />
        </mxCell>
-         <mxCell id="94FACw2HSjL-Ihtq5xYt-7" parent="1" style="text;html=1;whiteSpace=wrap;strokeColor=none;fillColor=none;align=center;verticalAlign=middle;rounded=0;" value="&lt;span style=&quot;font-size: 14px;&quot;&gt;Ceph2&lt;/span&gt;" vertex="1">
+         <mxCell id="94FACw2HSjL-Ihtq5xYt-7" parent="1" style="text;html=1;whiteSpace=wrap;strokeColor=none;fillColor=none;align=center;verticalAlign=middle;rounded=0;" value="&lt;span style=&quot;font-size: 14px;&quot;&gt;Ceph2,&lt;/span&gt;&lt;div&gt;&lt;span style=&quot;font-size: 14px;&quot;&gt;Mon, OSD&lt;/span&gt;&lt;span style=&quot;font-size: 14px;&quot;&gt;&lt;/span&gt;&lt;/div&gt;" vertex="1">
          <mxGeometry height="30" width="140" x="3964.5" y="2043.5" as="geometry" />
        </mxCell>
        <mxCell id="94FACw2HSjL-Ihtq5xYt-8" parent="1" style="rounded=1;whiteSpace=wrap;html=1;fillColor=#dae8fc;strokeColor=#6c8ebf;" value="" vertex="1">
          <mxGeometry height="90" width="190" x="3939.5" y="2151.5" as="geometry" />
        </mxCell>
-         <mxCell id="94FACw2HSjL-Ihtq5xYt-9" parent="1" style="text;html=1;whiteSpace=wrap;strokeColor=none;fillColor=none;align=center;verticalAlign=middle;rounded=0;" value="&lt;span style=&quot;font-size: 14px;&quot;&gt;Ceph3&lt;/span&gt;" vertex="1">
+         <mxCell id="94FACw2HSjL-Ihtq5xYt-9" parent="1" style="text;html=1;whiteSpace=wrap;strokeColor=none;fillColor=none;align=center;verticalAlign=middle;rounded=0;" value="&lt;span style=&quot;font-size: 14px;&quot;&gt;Ceph3,&lt;/span&gt;&lt;div&gt;&lt;span style=&quot;font-size: 14px;&quot;&gt;Mon, OSD&lt;/span&gt;&lt;span style=&quot;font-size: 14px;&quot;&gt;&lt;/span&gt;&lt;/div&gt;" vertex="1">
          <mxGeometry height="30" width="140" x="3969.5" y="2181.5" as="geometry" />
        </mxCell>
        <mxCell id="94FACw2HSjL-Ihtq5xYt-10" parent="1" style="text;html=1;whiteSpace=wrap;strokeColor=none;fillColor=none;align=center;verticalAlign=middle;rounded=0;strokeWidth=1;fontStyle=1" value="Ceph" vertex="1">
          <mxGeometry height="30" width="60" x="3997.5" y="1783" as="geometry" />
        </mxCell>
        <mxCell id="94FACw2HSjL-Ihtq5xYt-11" parent="1" style="text;html=1;whiteSpace=wrap;strokeColor=none;fillColor=none;align=left;verticalAlign=middle;rounded=0;" value="&lt;font style=&quot;font-size: 13px;&quot;&gt;vmbr0:&amp;nbsp; 192.168.70.91&lt;/font&gt;&lt;div&gt;&lt;div&gt;&lt;font style=&quot;font-size: 13px;&quot;&gt;vmbr8: 10.10.80.91&lt;/font&gt;&lt;/div&gt;&lt;/div&gt;&lt;div&gt;&lt;font style=&quot;font-size: 13px;&quot;&gt;vmbr9: 10.10.90.91&lt;/font&gt;&lt;/div&gt;" vertex="1">
          <mxGeometry height="42" width="143" x="4175.5" y="1889" as="geometry" />
        </mxCell>
        <mxCell id="94FACw2HSjL-Ihtq5xYt-12" parent="1" style="text;html=1;whiteSpace=wrap;strokeColor=none;fillColor=none;align=left;verticalAlign=middle;rounded=0;" value="&lt;font style=&quot;font-size: 13px;&quot;&gt;vmbr0:&amp;nbsp; 192.168.70.92&lt;/font&gt;&lt;div&gt;&lt;div&gt;&lt;font style=&quot;font-size: 13px;&quot;&gt;vmbr8: 10.10.80.92&amp;nbsp; &amp;nbsp; &amp;nbsp; &lt;/font&gt;&lt;span style=&quot;font-size: 13px; background-color: transparent; color: light-dark(rgb(0, 0, 0), rgb(255, 255, 255));&quot;&gt;vmbr9: 10.10.90.92&lt;/span&gt;&lt;/div&gt;&lt;/div&gt;" vertex="1">
          <mxGeometry height="38" width="162" x="4177" y="2026" as="geometry" />
        </mxCell>
        <mxCell id="94FACw2HSjL-Ihtq5xYt-13" parent="1" style="text;html=1;whiteSpace=wrap;strokeColor=none;fillColor=none;align=left;verticalAlign=middle;rounded=0;" value="&lt;font style=&quot;font-size: 13px;&quot;&gt;vmbr0:&amp;nbsp; 192.168.70.93&lt;/font&gt;&lt;div&gt;&lt;div&gt;&lt;font style=&quot;font-size: 13px;&quot;&gt;vmbr8: 10.10.80.93&amp;nbsp; &amp;nbsp; &amp;nbsp; &amp;nbsp; &lt;/font&gt;&lt;span style=&quot;font-size: 13px; background-color: transparent; color: light-dark(rgb(0, 0, 0), rgb(255, 255, 255));&quot;&gt;vmbr9: 10.10.90.93&lt;/span&gt;&lt;/div&gt;&lt;/div&gt;" vertex="1">
          <mxGeometry height="42" width="144" x="4174" y="2167" as="geometry" />
        </mxCell>
        <mxCell id="94FACw2HSjL-Ihtq5xYt-14" parent="1" style="rounded=1;whiteSpace=wrap;html=1;fillColor=#cdeb8b;strokeColor=#36393d;" value="" vertex="1">
          <mxGeometry height="60" width="166" x="4118" y="1768" as="geometry" />
        </mxCell>
        <mxCell id="94FACw2HSjL-Ihtq5xYt-15" parent="1" style="text;html=1;whiteSpace=wrap;strokeColor=none;fillColor=none;align=center;verticalAlign=middle;rounded=0;shadow=1;" value="&lt;b&gt;VLAN40: 10.10.80.0/24&lt;/b&gt;" vertex="1">
          <mxGeometry height="30" width="199" x="4106" y="1785.5" as="geometry" />
        </mxCell>
        <mxCell id="94FACw2HSjL-Ihtq5xYt-16" edge="1" parent="1" source="94FACw2HSjL-Ihtq5xYt-14" style="endArrow=classic;startArrow=classic;html=1;rounded=0;exitX=0.521;exitY=-0.008;exitDx=0;exitDy=0;exitPerimeter=0;" value="">
          <mxGeometry height="50" relative="1" width="50" as="geometry">
            <mxPoint x="4526.5" y="1640" as="sourcePoint" />
            <mxPoint x="4146" y="966" as="targetPoint" />
          </mxGeometry>
+         </mxCell>
+         <mxCell id="XUXITdFGZRM87zLOtkCF-1" parent="1" style="text;html=1;whiteSpace=wrap;strokeColor=none;fillColor=none;align=center;verticalAlign=middle;rounded=0;" value="[Mon]&amp;nbsp;" vertex="1">
+           <mxGeometry height="30" width="254.5" x="1659" y="1036.5" as="geometry" />
+         </mxCell>
+         <mxCell id="XUXITdFGZRM87zLOtkCF-2" parent="1" style="text;html=1;whiteSpace=wrap;strokeColor=none;fillColor=none;align=center;verticalAlign=middle;rounded=0;" value="[Mgr]&amp;nbsp;" vertex="1">
+           <mxGeometry height="30" width="254.5" x="1801" y="1036.5" as="geometry" />
        </mxCell>
      </root>
    </mxGraphModel>
  </diagram>
</mxfile>
